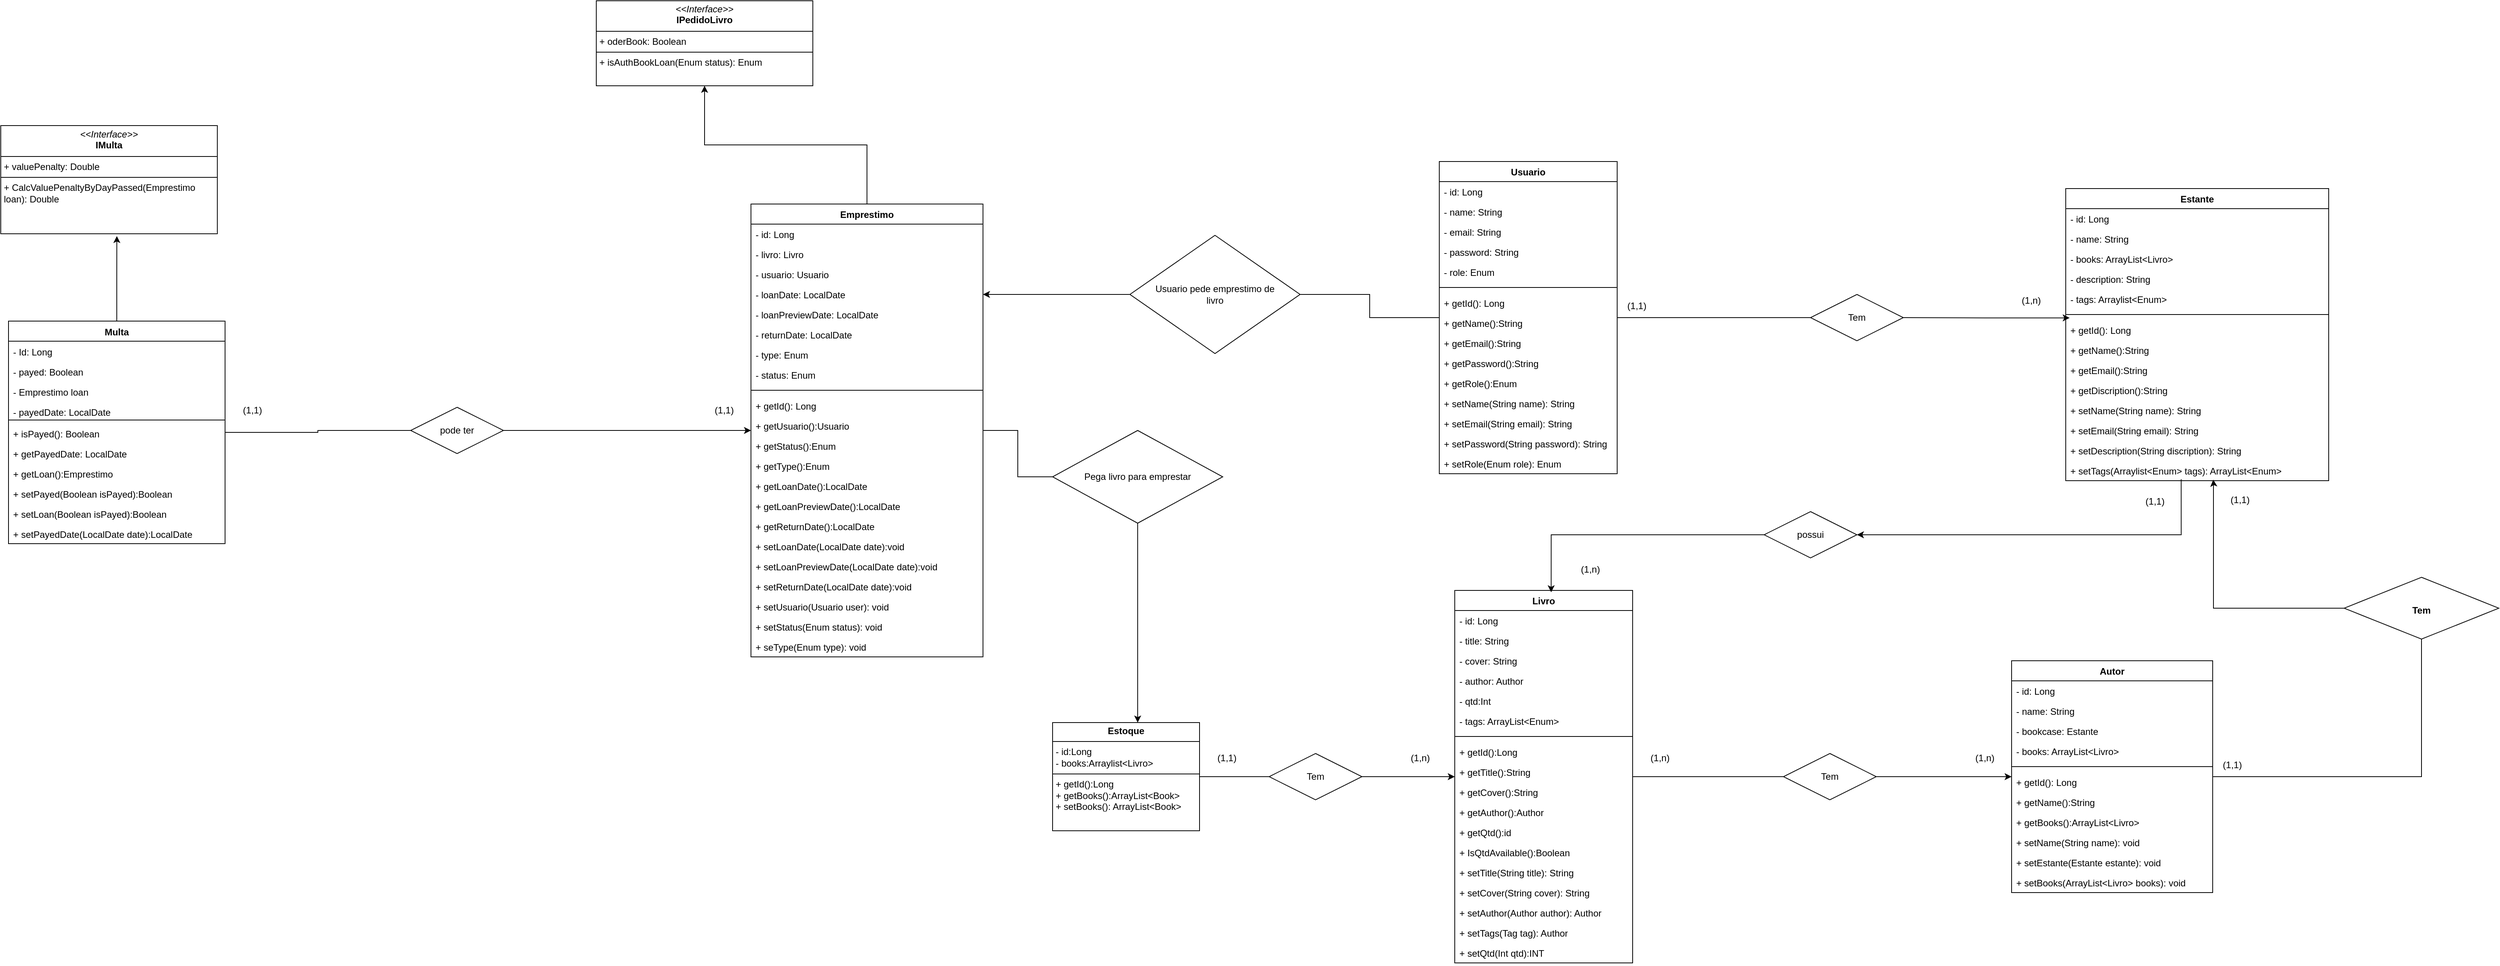
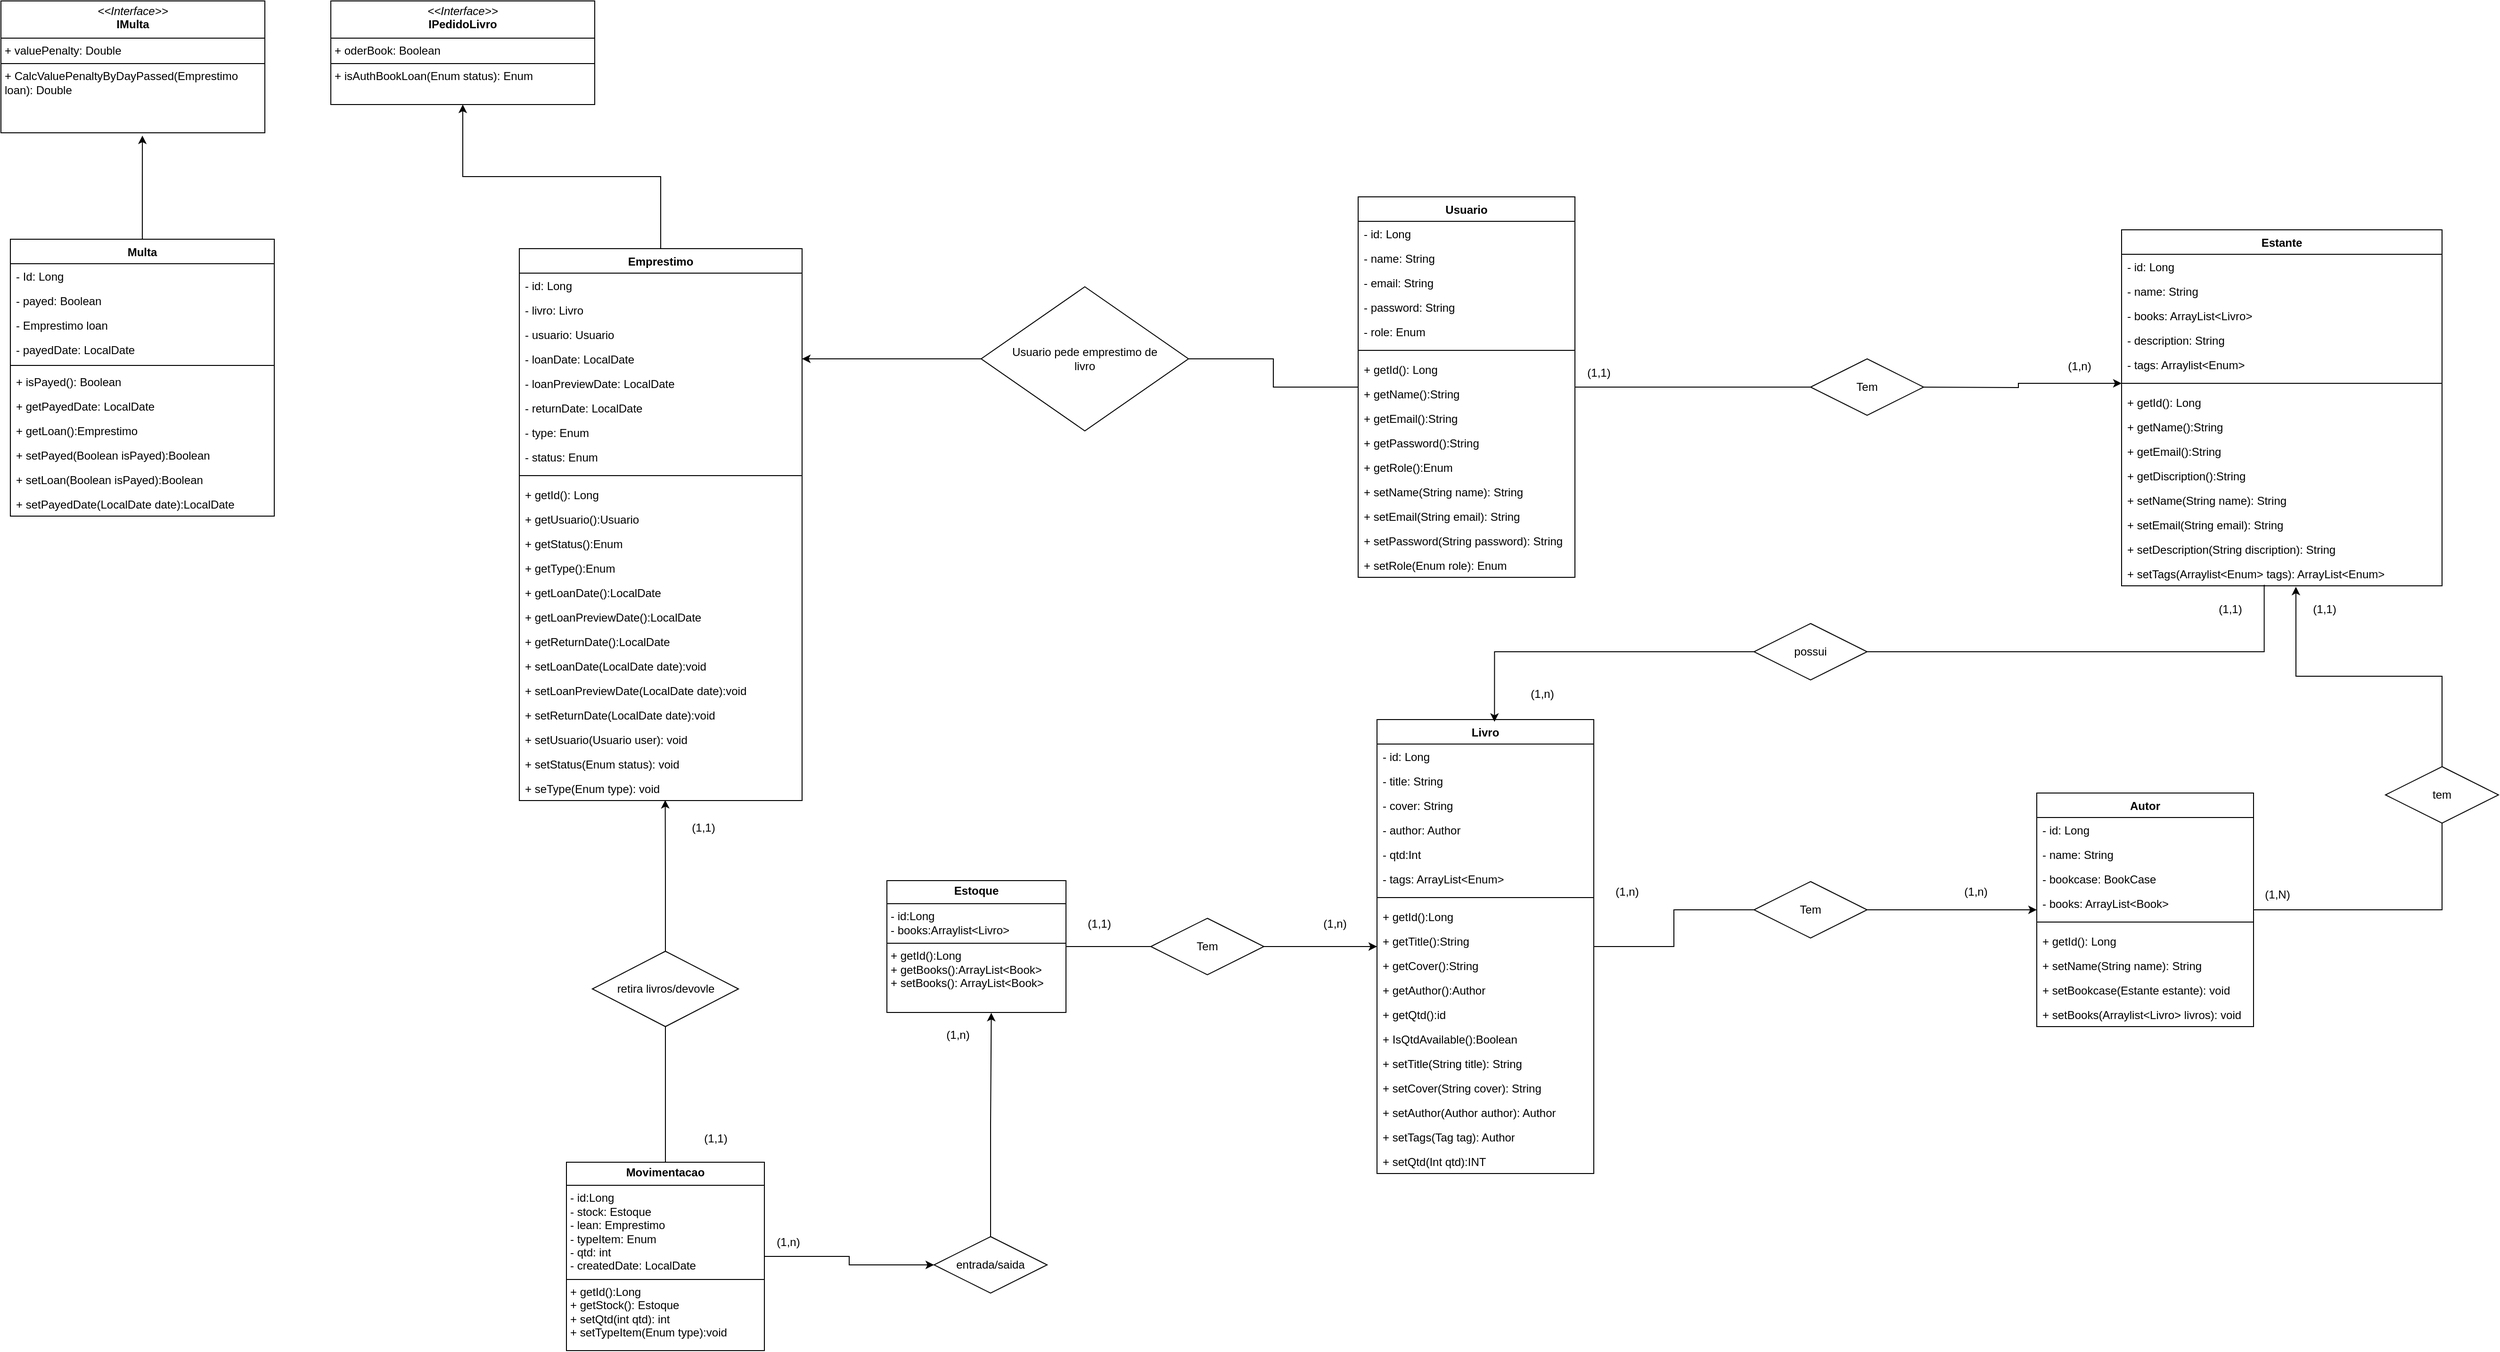
<mxfile host="Electron" agent="Mozilla/5.0 (Windows NT 10.0; Win64; x64) AppleWebKit/537.36 (KHTML, like Gecko) draw.io/29.6.6 Chrome/144.0.7559.236 Electron/40.8.4 Safari/537.36" version="29.6.6">
  <diagram name="Página-1" id="Kx7T9UcbU51RKCMPcttM">
-     <mxGraphModel dx="3223" dy="1356" grid="1" gridSize="10" guides="1" tooltips="1" connect="1" arrows="1" fold="1" page="1" pageScale="1" pageWidth="1169" pageHeight="827" math="0" shadow="0">
+     <mxGraphModel dx="2757" dy="1075" grid="1" gridSize="10" guides="1" tooltips="1" connect="1" arrows="1" fold="1" page="1" pageScale="1" pageWidth="1169" pageHeight="827" math="0" shadow="0">
      <root>
        <mxCell id="0" />
        <mxCell id="1" parent="0" />
        <mxCell id="uXCx0sb0L0lpM-7Oejf6-9" edge="1" parent="1" source="KmSjKLGz71K4W9qImJ2B-2" style="edgeStyle=orthogonalEdgeStyle;rounded=0;orthogonalLoop=1;jettySize=auto;html=1;endArrow=none;endFill=0;entryX=0;entryY=0.5;entryDx=0;entryDy=0;" target="VC9RXPg_d_1Dh3A2mj1C-4">
          <mxGeometry relative="1" as="geometry">
            <mxPoint x="640" y="-2.9999999999997726" as="targetPoint" />
          </mxGeometry>
        </mxCell>
        <mxCell id="VC9RXPg_d_1Dh3A2mj1C-3" edge="1" parent="1" source="KmSjKLGz71K4W9qImJ2B-2" style="edgeStyle=orthogonalEdgeStyle;rounded=0;orthogonalLoop=1;jettySize=auto;html=1;entryX=1;entryY=0.5;entryDx=0;entryDy=0;endArrow=none;endFill=0;" target="VC9RXPg_d_1Dh3A2mj1C-1">
          <mxGeometry relative="1" as="geometry" />
        </mxCell>
        <mxCell id="KmSjKLGz71K4W9qImJ2B-2" parent="1" style="swimlane;fontStyle=1;align=center;verticalAlign=top;childLayout=stackLayout;horizontal=1;startSize=26;horizontalStack=0;resizeParent=1;resizeParentMax=0;resizeLast=0;collapsible=1;marginBottom=0;whiteSpace=wrap;html=1;" value="Usuario" vertex="1">
          <mxGeometry height="404" width="230" x="140" y="-205" as="geometry" />
        </mxCell>
        <mxCell id="KmSjKLGz71K4W9qImJ2B-3" parent="KmSjKLGz71K4W9qImJ2B-2" style="text;strokeColor=none;fillColor=none;align=left;verticalAlign=top;spacingLeft=4;spacingRight=4;overflow=hidden;rotatable=0;points=[[0,0.5],[1,0.5]];portConstraint=eastwest;whiteSpace=wrap;html=1;" value="- id: Long" vertex="1">
          <mxGeometry height="26" width="230" y="26" as="geometry" />
        </mxCell>
        <mxCell id="KmSjKLGz71K4W9qImJ2B-6" parent="KmSjKLGz71K4W9qImJ2B-2" style="text;strokeColor=none;fillColor=none;align=left;verticalAlign=top;spacingLeft=4;spacingRight=4;overflow=hidden;rotatable=0;points=[[0,0.5],[1,0.5]];portConstraint=eastwest;whiteSpace=wrap;html=1;" value="- name: String" vertex="1">
          <mxGeometry height="26" width="230" y="52" as="geometry" />
        </mxCell>
        <mxCell id="KmSjKLGz71K4W9qImJ2B-7" parent="KmSjKLGz71K4W9qImJ2B-2" style="text;strokeColor=none;fillColor=none;align=left;verticalAlign=top;spacingLeft=4;spacingRight=4;overflow=hidden;rotatable=0;points=[[0,0.5],[1,0.5]];portConstraint=eastwest;whiteSpace=wrap;html=1;" value="- email: String" vertex="1">
          <mxGeometry height="26" width="230" y="78" as="geometry" />
        </mxCell>
        <mxCell id="KmSjKLGz71K4W9qImJ2B-8" parent="KmSjKLGz71K4W9qImJ2B-2" style="text;strokeColor=none;fillColor=none;align=left;verticalAlign=top;spacingLeft=4;spacingRight=4;overflow=hidden;rotatable=0;points=[[0,0.5],[1,0.5]];portConstraint=eastwest;whiteSpace=wrap;html=1;" value="- password: String" vertex="1">
          <mxGeometry height="26" width="230" y="104" as="geometry" />
        </mxCell>
        <mxCell id="KmSjKLGz71K4W9qImJ2B-9" parent="KmSjKLGz71K4W9qImJ2B-2" style="text;strokeColor=none;fillColor=none;align=left;verticalAlign=top;spacingLeft=4;spacingRight=4;overflow=hidden;rotatable=0;points=[[0,0.5],[1,0.5]];portConstraint=eastwest;whiteSpace=wrap;html=1;" value="- role: Enum" vertex="1">
          <mxGeometry height="26" width="230" y="130" as="geometry" />
        </mxCell>
        <mxCell id="KmSjKLGz71K4W9qImJ2B-4" parent="KmSjKLGz71K4W9qImJ2B-2" style="line;strokeWidth=1;fillColor=none;align=left;verticalAlign=middle;spacingTop=-1;spacingLeft=3;spacingRight=3;rotatable=0;labelPosition=right;points=[];portConstraint=eastwest;strokeColor=inherit;" value="" vertex="1">
          <mxGeometry height="14" width="230" y="156" as="geometry" />
        </mxCell>
        <mxCell id="KmSjKLGz71K4W9qImJ2B-5" parent="KmSjKLGz71K4W9qImJ2B-2" style="text;strokeColor=none;fillColor=none;align=left;verticalAlign=top;spacingLeft=4;spacingRight=4;overflow=hidden;rotatable=0;points=[[0,0.5],[1,0.5]];portConstraint=eastwest;whiteSpace=wrap;html=1;" value="+ getId(): Long" vertex="1">
          <mxGeometry height="26" width="230" y="170" as="geometry" />
        </mxCell>
        <mxCell id="KmSjKLGz71K4W9qImJ2B-10" parent="KmSjKLGz71K4W9qImJ2B-2" style="text;strokeColor=none;fillColor=none;align=left;verticalAlign=top;spacingLeft=4;spacingRight=4;overflow=hidden;rotatable=0;points=[[0,0.5],[1,0.5]];portConstraint=eastwest;whiteSpace=wrap;html=1;" value="+ getName():String" vertex="1">
          <mxGeometry height="26" width="230" y="196" as="geometry" />
        </mxCell>
        <mxCell id="KmSjKLGz71K4W9qImJ2B-11" parent="KmSjKLGz71K4W9qImJ2B-2" style="text;strokeColor=none;fillColor=none;align=left;verticalAlign=top;spacingLeft=4;spacingRight=4;overflow=hidden;rotatable=0;points=[[0,0.5],[1,0.5]];portConstraint=eastwest;whiteSpace=wrap;html=1;" value="+ getEmail():String" vertex="1">
          <mxGeometry height="26" width="230" y="222" as="geometry" />
        </mxCell>
        <mxCell id="KmSjKLGz71K4W9qImJ2B-12" parent="KmSjKLGz71K4W9qImJ2B-2" style="text;strokeColor=none;fillColor=none;align=left;verticalAlign=top;spacingLeft=4;spacingRight=4;overflow=hidden;rotatable=0;points=[[0,0.5],[1,0.5]];portConstraint=eastwest;whiteSpace=wrap;html=1;" value="+ getPassword():String" vertex="1">
          <mxGeometry height="26" width="230" y="248" as="geometry" />
        </mxCell>
        <mxCell id="KmSjKLGz71K4W9qImJ2B-13" parent="KmSjKLGz71K4W9qImJ2B-2" style="text;strokeColor=none;fillColor=none;align=left;verticalAlign=top;spacingLeft=4;spacingRight=4;overflow=hidden;rotatable=0;points=[[0,0.5],[1,0.5]];portConstraint=eastwest;whiteSpace=wrap;html=1;" value="+ getRole():Enum" vertex="1">
          <mxGeometry height="26" width="230" y="274" as="geometry" />
        </mxCell>
        <mxCell id="KmSjKLGz71K4W9qImJ2B-14" parent="KmSjKLGz71K4W9qImJ2B-2" style="text;strokeColor=none;fillColor=none;align=left;verticalAlign=top;spacingLeft=4;spacingRight=4;overflow=hidden;rotatable=0;points=[[0,0.5],[1,0.5]];portConstraint=eastwest;whiteSpace=wrap;html=1;" value="+ setName(String name): String" vertex="1">
          <mxGeometry height="26" width="230" y="300" as="geometry" />
        </mxCell>
        <mxCell id="KmSjKLGz71K4W9qImJ2B-15" parent="KmSjKLGz71K4W9qImJ2B-2" style="text;strokeColor=none;fillColor=none;align=left;verticalAlign=top;spacingLeft=4;spacingRight=4;overflow=hidden;rotatable=0;points=[[0,0.5],[1,0.5]];portConstraint=eastwest;whiteSpace=wrap;html=1;" value="+ setEmail(String email): String" vertex="1">
          <mxGeometry height="26" width="230" y="326" as="geometry" />
        </mxCell>
        <mxCell id="KmSjKLGz71K4W9qImJ2B-16" parent="KmSjKLGz71K4W9qImJ2B-2" style="text;strokeColor=none;fillColor=none;align=left;verticalAlign=top;spacingLeft=4;spacingRight=4;overflow=hidden;rotatable=0;points=[[0,0.5],[1,0.5]];portConstraint=eastwest;whiteSpace=wrap;html=1;" value="+ setPassword(String password): String" vertex="1">
          <mxGeometry height="26" width="230" y="352" as="geometry" />
        </mxCell>
        <mxCell id="KmSjKLGz71K4W9qImJ2B-17" parent="KmSjKLGz71K4W9qImJ2B-2" style="text;strokeColor=none;fillColor=none;align=left;verticalAlign=top;spacingLeft=4;spacingRight=4;overflow=hidden;rotatable=0;points=[[0,0.5],[1,0.5]];portConstraint=eastwest;whiteSpace=wrap;html=1;" value="+ setRole(Enum role): Enum" vertex="1">
          <mxGeometry height="26" width="230" y="378" as="geometry" />
        </mxCell>
        <mxCell id="uXCx0sb0L0lpM-7Oejf6-8" edge="1" parent="1" source="KmSjKLGz71K4W9qImJ2B-35" style="edgeStyle=orthogonalEdgeStyle;rounded=0;orthogonalLoop=1;jettySize=auto;html=1;entryX=0;entryY=0.5;entryDx=0;entryDy=0;endArrow=none;endFill=0;" target="VC9RXPg_d_1Dh3A2mj1C-8">
          <mxGeometry relative="1" as="geometry">
            <mxPoint x="520" y="552" as="targetPoint" />
          </mxGeometry>
        </mxCell>
        <mxCell id="KmSjKLGz71K4W9qImJ2B-35" parent="1" style="swimlane;fontStyle=1;align=center;verticalAlign=top;childLayout=stackLayout;horizontal=1;startSize=26;horizontalStack=0;resizeParent=1;resizeParentMax=0;resizeLast=0;collapsible=1;marginBottom=0;whiteSpace=wrap;html=1;" value="Livro" vertex="1">
          <mxGeometry height="482" width="230" x="160" y="350" as="geometry" />
        </mxCell>
        <mxCell id="KmSjKLGz71K4W9qImJ2B-36" parent="KmSjKLGz71K4W9qImJ2B-35" style="text;strokeColor=none;fillColor=none;align=left;verticalAlign=top;spacingLeft=4;spacingRight=4;overflow=hidden;rotatable=0;points=[[0,0.5],[1,0.5]];portConstraint=eastwest;whiteSpace=wrap;html=1;" value="- id: Long" vertex="1">
          <mxGeometry height="26" width="230" y="26" as="geometry" />
        </mxCell>
        <mxCell id="KmSjKLGz71K4W9qImJ2B-38" parent="KmSjKLGz71K4W9qImJ2B-35" style="text;strokeColor=none;fillColor=none;align=left;verticalAlign=top;spacingLeft=4;spacingRight=4;overflow=hidden;rotatable=0;points=[[0,0.5],[1,0.5]];portConstraint=eastwest;whiteSpace=wrap;html=1;" value="- title: String" vertex="1">
          <mxGeometry height="26" width="230" y="52" as="geometry" />
        </mxCell>
        <mxCell id="KmSjKLGz71K4W9qImJ2B-39" parent="KmSjKLGz71K4W9qImJ2B-35" style="text;strokeColor=none;fillColor=none;align=left;verticalAlign=top;spacingLeft=4;spacingRight=4;overflow=hidden;rotatable=0;points=[[0,0.5],[1,0.5]];portConstraint=eastwest;whiteSpace=wrap;html=1;" value="- cover: String" vertex="1">
          <mxGeometry height="26" width="230" y="78" as="geometry" />
        </mxCell>
        <mxCell id="KmSjKLGz71K4W9qImJ2B-40" parent="KmSjKLGz71K4W9qImJ2B-35" style="text;strokeColor=none;fillColor=none;align=left;verticalAlign=top;spacingLeft=4;spacingRight=4;overflow=hidden;rotatable=0;points=[[0,0.5],[1,0.5]];portConstraint=eastwest;whiteSpace=wrap;html=1;" value="- author: Author" vertex="1">
          <mxGeometry height="26" width="230" y="104" as="geometry" />
        </mxCell>
        <mxCell id="uXCx0sb0L0lpM-7Oejf6-7" parent="KmSjKLGz71K4W9qImJ2B-35" style="text;strokeColor=none;fillColor=none;align=left;verticalAlign=top;spacingLeft=4;spacingRight=4;overflow=hidden;rotatable=0;points=[[0,0.5],[1,0.5]];portConstraint=eastwest;whiteSpace=wrap;html=1;" value="- qtd:Int" vertex="1">
          <mxGeometry height="26" width="230" y="130" as="geometry" />
        </mxCell>
        <mxCell id="KmSjKLGz71K4W9qImJ2B-139" parent="KmSjKLGz71K4W9qImJ2B-35" style="text;strokeColor=none;fillColor=none;align=left;verticalAlign=top;spacingLeft=4;spacingRight=4;overflow=hidden;rotatable=0;points=[[0,0.5],[1,0.5]];portConstraint=eastwest;whiteSpace=wrap;html=1;" value="- tags: ArrayList&amp;lt;Enum&amp;gt;" vertex="1">
          <mxGeometry height="26" width="230" y="156" as="geometry" />
        </mxCell>
        <mxCell id="KmSjKLGz71K4W9qImJ2B-41" parent="KmSjKLGz71K4W9qImJ2B-35" style="line;strokeWidth=1;fillColor=none;align=left;verticalAlign=middle;spacingTop=-1;spacingLeft=3;spacingRight=3;rotatable=0;labelPosition=right;points=[];portConstraint=eastwest;strokeColor=inherit;" value="" vertex="1">
          <mxGeometry height="14" width="230" y="182" as="geometry" />
        </mxCell>
        <mxCell id="KmSjKLGz71K4W9qImJ2B-42" parent="KmSjKLGz71K4W9qImJ2B-35" style="text;strokeColor=none;fillColor=none;align=left;verticalAlign=top;spacingLeft=4;spacingRight=4;overflow=hidden;rotatable=0;points=[[0,0.5],[1,0.5]];portConstraint=eastwest;whiteSpace=wrap;html=1;" value="+ getId():Long" vertex="1">
          <mxGeometry height="26" width="230" y="196" as="geometry" />
        </mxCell>
        <mxCell id="KmSjKLGz71K4W9qImJ2B-43" parent="KmSjKLGz71K4W9qImJ2B-35" style="text;strokeColor=none;fillColor=none;align=left;verticalAlign=top;spacingLeft=4;spacingRight=4;overflow=hidden;rotatable=0;points=[[0,0.5],[1,0.5]];portConstraint=eastwest;whiteSpace=wrap;html=1;" value="+ getTitle():String" vertex="1">
          <mxGeometry height="26" width="230" y="222" as="geometry" />
        </mxCell>
        <mxCell id="KmSjKLGz71K4W9qImJ2B-44" parent="KmSjKLGz71K4W9qImJ2B-35" style="text;strokeColor=none;fillColor=none;align=left;verticalAlign=top;spacingLeft=4;spacingRight=4;overflow=hidden;rotatable=0;points=[[0,0.5],[1,0.5]];portConstraint=eastwest;whiteSpace=wrap;html=1;" value="+ getCover():String" vertex="1">
          <mxGeometry height="26" width="230" y="248" as="geometry" />
        </mxCell>
        <mxCell id="KmSjKLGz71K4W9qImJ2B-45" parent="KmSjKLGz71K4W9qImJ2B-35" style="text;strokeColor=none;fillColor=none;align=left;verticalAlign=top;spacingLeft=4;spacingRight=4;overflow=hidden;rotatable=0;points=[[0,0.5],[1,0.5]];portConstraint=eastwest;whiteSpace=wrap;html=1;" value="+ getAuthor():Author" vertex="1">
          <mxGeometry height="26" width="230" y="274" as="geometry" />
        </mxCell>
        <mxCell id="VC9RXPg_d_1Dh3A2mj1C-16" parent="KmSjKLGz71K4W9qImJ2B-35" style="text;strokeColor=none;fillColor=none;align=left;verticalAlign=top;spacingLeft=4;spacingRight=4;overflow=hidden;rotatable=0;points=[[0,0.5],[1,0.5]];portConstraint=eastwest;whiteSpace=wrap;html=1;" value="+ getQtd():id" vertex="1">
          <mxGeometry height="26" width="230" y="300" as="geometry" />
        </mxCell>
        <mxCell id="VC9RXPg_d_1Dh3A2mj1C-17" parent="KmSjKLGz71K4W9qImJ2B-35" style="text;strokeColor=none;fillColor=none;align=left;verticalAlign=top;spacingLeft=4;spacingRight=4;overflow=hidden;rotatable=0;points=[[0,0.5],[1,0.5]];portConstraint=eastwest;whiteSpace=wrap;html=1;" value="+ IsQtdAvailable():Boolean" vertex="1">
          <mxGeometry height="26" width="230" y="326" as="geometry" />
        </mxCell>
        <mxCell id="KmSjKLGz71K4W9qImJ2B-47" parent="KmSjKLGz71K4W9qImJ2B-35" style="text;strokeColor=none;fillColor=none;align=left;verticalAlign=top;spacingLeft=4;spacingRight=4;overflow=hidden;rotatable=0;points=[[0,0.5],[1,0.5]];portConstraint=eastwest;whiteSpace=wrap;html=1;" value="+ setTitle(String title): String" vertex="1">
          <mxGeometry height="26" width="230" y="352" as="geometry" />
        </mxCell>
        <mxCell id="KmSjKLGz71K4W9qImJ2B-48" parent="KmSjKLGz71K4W9qImJ2B-35" style="text;strokeColor=none;fillColor=none;align=left;verticalAlign=top;spacingLeft=4;spacingRight=4;overflow=hidden;rotatable=0;points=[[0,0.5],[1,0.5]];portConstraint=eastwest;whiteSpace=wrap;html=1;" value="+ setCover(String cover): String" vertex="1">
          <mxGeometry height="26" width="230" y="378" as="geometry" />
        </mxCell>
        <mxCell id="KmSjKLGz71K4W9qImJ2B-49" parent="KmSjKLGz71K4W9qImJ2B-35" style="text;strokeColor=none;fillColor=none;align=left;verticalAlign=top;spacingLeft=4;spacingRight=4;overflow=hidden;rotatable=0;points=[[0,0.5],[1,0.5]];portConstraint=eastwest;whiteSpace=wrap;html=1;" value="+ setAuthor(Author author): Author" vertex="1">
          <mxGeometry height="26" width="230" y="404" as="geometry" />
        </mxCell>
        <mxCell id="KmSjKLGz71K4W9qImJ2B-140" parent="KmSjKLGz71K4W9qImJ2B-35" style="text;strokeColor=none;fillColor=none;align=left;verticalAlign=top;spacingLeft=4;spacingRight=4;overflow=hidden;rotatable=0;points=[[0,0.5],[1,0.5]];portConstraint=eastwest;whiteSpace=wrap;html=1;" value="+ setTags(Tag tag): Author" vertex="1">
          <mxGeometry height="26" width="230" y="430" as="geometry" />
        </mxCell>
        <mxCell id="VC9RXPg_d_1Dh3A2mj1C-18" parent="KmSjKLGz71K4W9qImJ2B-35" style="text;strokeColor=none;fillColor=none;align=left;verticalAlign=top;spacingLeft=4;spacingRight=4;overflow=hidden;rotatable=0;points=[[0,0.5],[1,0.5]];portConstraint=eastwest;whiteSpace=wrap;html=1;" value="+ setQtd(Int qtd):INT" vertex="1">
          <mxGeometry height="26" width="230" y="456" as="geometry" />
        </mxCell>
-         <mxCell id="VC9RXPg_d_1Dh3A2mj1C-62" edge="1" parent="1" source="KmSjKLGz71K4W9qImJ2B-64" style="edgeStyle=orthogonalEdgeStyle;rounded=0;orthogonalLoop=1;jettySize=auto;html=1;endArrow=none;endFill=0;" target="VC9RXPg_d_1Dh3A2mj1C-61" value="">
-           <mxGeometry relative="1" as="geometry" />
+         <mxCell id="dsXsR4ag7PACNrRJgRpK-17" edge="1" parent="1" source="KmSjKLGz71K4W9qImJ2B-64" style="edgeStyle=orthogonalEdgeStyle;rounded=0;orthogonalLoop=1;jettySize=auto;html=1;entryX=0.5;entryY=1;entryDx=0;entryDy=0;endArrow=none;endFill=0;" target="dsXsR4ag7PACNrRJgRpK-18">
+           <mxGeometry relative="1" as="geometry">
+             <mxPoint x="1230" y="380" as="targetPoint" />
+           </mxGeometry>
        </mxCell>
        <mxCell id="KmSjKLGz71K4W9qImJ2B-64" parent="1" style="swimlane;fontStyle=1;align=center;verticalAlign=top;childLayout=stackLayout;horizontal=1;startSize=26;horizontalStack=0;resizeParent=1;resizeParentMax=0;resizeLast=0;collapsible=1;marginBottom=0;whiteSpace=wrap;html=1;" value="Autor" vertex="1">
-           <mxGeometry height="300" width="260" x="880" y="441" as="geometry" />
+           <mxGeometry height="248" width="230" x="860" y="428" as="geometry" />
        </mxCell>
        <mxCell id="KmSjKLGz71K4W9qImJ2B-65" parent="KmSjKLGz71K4W9qImJ2B-64" style="text;strokeColor=none;fillColor=none;align=left;verticalAlign=top;spacingLeft=4;spacingRight=4;overflow=hidden;rotatable=0;points=[[0,0.5],[1,0.5]];portConstraint=eastwest;whiteSpace=wrap;html=1;" value="- id: Long" vertex="1">
-           <mxGeometry height="26" width="260" y="26" as="geometry" />
+           <mxGeometry height="26" width="230" y="26" as="geometry" />
        </mxCell>
        <mxCell id="KmSjKLGz71K4W9qImJ2B-66" parent="KmSjKLGz71K4W9qImJ2B-64" style="text;strokeColor=none;fillColor=none;align=left;verticalAlign=top;spacingLeft=4;spacingRight=4;overflow=hidden;rotatable=0;points=[[0,0.5],[1,0.5]];portConstraint=eastwest;whiteSpace=wrap;html=1;" value="- name: String" vertex="1">
-           <mxGeometry height="26" width="260" y="52" as="geometry" />
-         </mxCell>
-         <mxCell id="KmSjKLGz71K4W9qImJ2B-149" parent="KmSjKLGz71K4W9qImJ2B-64" style="text;strokeColor=none;fillColor=none;align=left;verticalAlign=top;spacingLeft=4;spacingRight=4;overflow=hidden;rotatable=0;points=[[0,0.5],[1,0.5]];portConstraint=eastwest;whiteSpace=wrap;html=1;" value="- bookcase: Estante" vertex="1">
-           <mxGeometry height="26" width="260" y="78" as="geometry" />
-         </mxCell>
-         <mxCell id="uXCx0sb0L0lpM-7Oejf6-3" parent="KmSjKLGz71K4W9qImJ2B-64" style="text;strokeColor=none;fillColor=none;align=left;verticalAlign=top;spacingLeft=4;spacingRight=4;overflow=hidden;rotatable=0;points=[[0,0.5],[1,0.5]];portConstraint=eastwest;whiteSpace=wrap;html=1;" value="- books: ArrayList&amp;lt;Livro&amp;gt;" vertex="1">
-           <mxGeometry height="26" width="260" y="104" as="geometry" />
+           <mxGeometry height="26" width="230" y="52" as="geometry" />
+         </mxCell>
+         <mxCell id="KmSjKLGz71K4W9qImJ2B-149" parent="KmSjKLGz71K4W9qImJ2B-64" style="text;strokeColor=none;fillColor=none;align=left;verticalAlign=top;spacingLeft=4;spacingRight=4;overflow=hidden;rotatable=0;points=[[0,0.5],[1,0.5]];portConstraint=eastwest;whiteSpace=wrap;html=1;" value="- bookcase: BookCase" vertex="1">
+           <mxGeometry height="26" width="230" y="78" as="geometry" />
+         </mxCell>
+         <mxCell id="uXCx0sb0L0lpM-7Oejf6-3" parent="KmSjKLGz71K4W9qImJ2B-64" style="text;strokeColor=none;fillColor=none;align=left;verticalAlign=top;spacingLeft=4;spacingRight=4;overflow=hidden;rotatable=0;points=[[0,0.5],[1,0.5]];portConstraint=eastwest;whiteSpace=wrap;html=1;" value="- books: ArrayList&amp;lt;Book&amp;gt;" vertex="1">
+           <mxGeometry height="26" width="230" y="104" as="geometry" />
        </mxCell>
        <mxCell id="KmSjKLGz71K4W9qImJ2B-70" parent="KmSjKLGz71K4W9qImJ2B-64" style="line;strokeWidth=1;fillColor=none;align=left;verticalAlign=middle;spacingTop=-1;spacingLeft=3;spacingRight=3;rotatable=0;labelPosition=right;points=[];portConstraint=eastwest;strokeColor=inherit;" value="" vertex="1">
-           <mxGeometry height="14" width="260" y="130" as="geometry" />
+           <mxGeometry height="14" width="230" y="130" as="geometry" />
        </mxCell>
        <mxCell id="KmSjKLGz71K4W9qImJ2B-71" parent="KmSjKLGz71K4W9qImJ2B-64" style="text;strokeColor=none;fillColor=none;align=left;verticalAlign=top;spacingLeft=4;spacingRight=4;overflow=hidden;rotatable=0;points=[[0,0.5],[1,0.5]];portConstraint=eastwest;whiteSpace=wrap;html=1;" value="+ getId(): Long" vertex="1">
-           <mxGeometry height="26" width="260" y="144" as="geometry" />
-         </mxCell>
-         <mxCell id="KmSjKLGz71K4W9qImJ2B-74" parent="KmSjKLGz71K4W9qImJ2B-64" style="text;strokeColor=none;fillColor=none;align=left;verticalAlign=top;spacingLeft=4;spacingRight=4;overflow=hidden;rotatable=0;points=[[0,0.5],[1,0.5]];portConstraint=eastwest;whiteSpace=wrap;html=1;" value="+ getName():String" vertex="1">
-           <mxGeometry height="26" width="260" y="170" as="geometry" />
-         </mxCell>
-         <mxCell id="VC9RXPg_d_1Dh3A2mj1C-59" parent="KmSjKLGz71K4W9qImJ2B-64" style="text;strokeColor=none;fillColor=none;align=left;verticalAlign=top;spacingLeft=4;spacingRight=4;overflow=hidden;rotatable=0;points=[[0,0.5],[1,0.5]];portConstraint=eastwest;whiteSpace=wrap;html=1;" value="+ getBooks():ArrayList&amp;lt;Livro&amp;gt;" vertex="1">
-           <mxGeometry height="26" width="260" y="196" as="geometry" />
-         </mxCell>
-         <mxCell id="KmSjKLGz71K4W9qImJ2B-76" parent="KmSjKLGz71K4W9qImJ2B-64" style="text;strokeColor=none;fillColor=none;align=left;verticalAlign=top;spacingLeft=4;spacingRight=4;overflow=hidden;rotatable=0;points=[[0,0.5],[1,0.5]];portConstraint=eastwest;whiteSpace=wrap;html=1;" value="+ setName(String name): void" vertex="1">
-           <mxGeometry height="26" width="260" y="222" as="geometry" />
-         </mxCell>
-         <mxCell id="VC9RXPg_d_1Dh3A2mj1C-58" parent="KmSjKLGz71K4W9qImJ2B-64" style="text;strokeColor=none;fillColor=none;align=left;verticalAlign=top;spacingLeft=4;spacingRight=4;overflow=hidden;rotatable=0;points=[[0,0.5],[1,0.5]];portConstraint=eastwest;whiteSpace=wrap;html=1;" value="+ setEstante(Estante estante): void" vertex="1">
-           <mxGeometry height="26" width="260" y="248" as="geometry" />
-         </mxCell>
-         <mxCell id="VC9RXPg_d_1Dh3A2mj1C-60" parent="KmSjKLGz71K4W9qImJ2B-64" style="text;strokeColor=none;fillColor=none;align=left;verticalAlign=top;spacingLeft=4;spacingRight=4;overflow=hidden;rotatable=0;points=[[0,0.5],[1,0.5]];portConstraint=eastwest;whiteSpace=wrap;html=1;" value="+ setBooks(ArrayList&amp;lt;Livro&amp;gt; books): void" vertex="1">
-           <mxGeometry height="26" width="260" y="274" as="geometry" />
-         </mxCell>
-         <mxCell id="uXCx0sb0L0lpM-7Oejf6-18" edge="1" parent="1" source="KmSjKLGz71K4W9qImJ2B-80" style="edgeStyle=orthogonalEdgeStyle;rounded=0;orthogonalLoop=1;jettySize=auto;html=1;entryX=0;entryY=0.5;entryDx=0;entryDy=0;endArrow=none;endFill=0;" target="VC9RXPg_d_1Dh3A2mj1C-7">
-           <mxGeometry relative="1" as="geometry">
-             <mxPoint x="-300.0000000000002" y="465" as="targetPoint" />
-           </mxGeometry>
+           <mxGeometry height="26" width="230" y="144" as="geometry" />
+         </mxCell>
+         <mxCell id="KmSjKLGz71K4W9qImJ2B-76" parent="KmSjKLGz71K4W9qImJ2B-64" style="text;strokeColor=none;fillColor=none;align=left;verticalAlign=top;spacingLeft=4;spacingRight=4;overflow=hidden;rotatable=0;points=[[0,0.5],[1,0.5]];portConstraint=eastwest;whiteSpace=wrap;html=1;" value="+ setName(String name): String" vertex="1">
+           <mxGeometry height="26" width="230" y="170" as="geometry" />
+         </mxCell>
+         <mxCell id="dsXsR4ag7PACNrRJgRpK-15" parent="KmSjKLGz71K4W9qImJ2B-64" style="text;strokeColor=none;fillColor=none;align=left;verticalAlign=top;spacingLeft=4;spacingRight=4;overflow=hidden;rotatable=0;points=[[0,0.5],[1,0.5]];portConstraint=eastwest;whiteSpace=wrap;html=1;" value="+ setBookcase(Estante estante): void" vertex="1">
+           <mxGeometry height="26" width="230" y="196" as="geometry" />
+         </mxCell>
+         <mxCell id="dsXsR4ag7PACNrRJgRpK-16" parent="KmSjKLGz71K4W9qImJ2B-64" style="text;strokeColor=none;fillColor=none;align=left;verticalAlign=top;spacingLeft=4;spacingRight=4;overflow=hidden;rotatable=0;points=[[0,0.5],[1,0.5]];portConstraint=eastwest;whiteSpace=wrap;html=1;" value="+ setBooks(Arraylist&amp;lt;Livro&amp;gt; livros): void" vertex="1">
+           <mxGeometry height="26" width="230" y="222" as="geometry" />
        </mxCell>
        <mxCell id="VC9RXPg_d_1Dh3A2mj1C-57" edge="1" parent="1" source="KmSjKLGz71K4W9qImJ2B-80" style="edgeStyle=orthogonalEdgeStyle;rounded=0;orthogonalLoop=1;jettySize=auto;html=1;entryX=0.5;entryY=1;entryDx=0;entryDy=0;" target="VC9RXPg_d_1Dh3A2mj1C-39">
          <mxGeometry relative="1" as="geometry" />
        </mxCell>
        <mxCell id="KmSjKLGz71K4W9qImJ2B-80" parent="1" style="swimlane;fontStyle=1;align=center;verticalAlign=top;childLayout=stackLayout;horizontal=1;startSize=26;horizontalStack=0;resizeParent=1;resizeParentMax=0;resizeLast=0;collapsible=1;marginBottom=0;whiteSpace=wrap;html=1;" value="Emprestimo" vertex="1">
          <mxGeometry height="586" width="300" x="-750" y="-150" as="geometry" />
        </mxCell>
        <mxCell id="KmSjKLGz71K4W9qImJ2B-81" parent="KmSjKLGz71K4W9qImJ2B-80" style="text;strokeColor=none;fillColor=none;align=left;verticalAlign=top;spacingLeft=4;spacingRight=4;overflow=hidden;rotatable=0;points=[[0,0.5],[1,0.5]];portConstraint=eastwest;whiteSpace=wrap;html=1;" value="- id: Long" vertex="1">
          <mxGeometry height="26" width="300" y="26" as="geometry" />
        </mxCell>
        <mxCell id="KmSjKLGz71K4W9qImJ2B-82" parent="KmSjKLGz71K4W9qImJ2B-80" style="text;strokeColor=none;fillColor=none;align=left;verticalAlign=top;spacingLeft=4;spacingRight=4;overflow=hidden;rotatable=0;points=[[0,0.5],[1,0.5]];portConstraint=eastwest;whiteSpace=wrap;html=1;" value="- livro: Livro" vertex="1">
          <mxGeometry height="26" width="300" y="52" as="geometry" />
        </mxCell>
        <mxCell id="uXCx0sb0L0lpM-7Oejf6-6" parent="KmSjKLGz71K4W9qImJ2B-80" style="text;strokeColor=none;fillColor=none;align=left;verticalAlign=top;spacingLeft=4;spacingRight=4;overflow=hidden;rotatable=0;points=[[0,0.5],[1,0.5]];portConstraint=eastwest;whiteSpace=wrap;html=1;" value="- usuario: Usuario" vertex="1">
          <mxGeometry height="26" width="300" y="78" as="geometry" />
        </mxCell>
        <mxCell id="KmSjKLGz71K4W9qImJ2B-84" parent="KmSjKLGz71K4W9qImJ2B-80" style="text;strokeColor=none;fillColor=none;align=left;verticalAlign=top;spacingLeft=4;spacingRight=4;overflow=hidden;rotatable=0;points=[[0,0.5],[1,0.5]];portConstraint=eastwest;whiteSpace=wrap;html=1;" value="- loanDate: LocalDate" vertex="1">
          <mxGeometry height="26" width="300" y="104" as="geometry" />
        </mxCell>
        <mxCell id="VC9RXPg_d_1Dh3A2mj1C-9" parent="KmSjKLGz71K4W9qImJ2B-80" style="text;strokeColor=none;fillColor=none;align=left;verticalAlign=top;spacingLeft=4;spacingRight=4;overflow=hidden;rotatable=0;points=[[0,0.5],[1,0.5]];portConstraint=eastwest;whiteSpace=wrap;html=1;" value="- loanPreviewDate: LocalDate" vertex="1">
          <mxGeometry height="26" width="300" y="130" as="geometry" />
        </mxCell>
        <mxCell id="uXCx0sb0L0lpM-7Oejf6-5" parent="KmSjKLGz71K4W9qImJ2B-80" style="text;strokeColor=none;fillColor=none;align=left;verticalAlign=top;spacingLeft=4;spacingRight=4;overflow=hidden;rotatable=0;points=[[0,0.5],[1,0.5]];portConstraint=eastwest;whiteSpace=wrap;html=1;" value="- returnDate: LocalDate" vertex="1">
          <mxGeometry height="26" width="300" y="156" as="geometry" />
        </mxCell>
        <mxCell id="VC9RXPg_d_1Dh3A2mj1C-29" parent="KmSjKLGz71K4W9qImJ2B-80" style="text;strokeColor=none;fillColor=none;align=left;verticalAlign=top;spacingLeft=4;spacingRight=4;overflow=hidden;rotatable=0;points=[[0,0.5],[1,0.5]];portConstraint=eastwest;whiteSpace=wrap;html=1;" value="- type: Enum" vertex="1">
          <mxGeometry height="26" width="300" y="182" as="geometry" />
        </mxCell>
        <mxCell id="VC9RXPg_d_1Dh3A2mj1C-10" parent="KmSjKLGz71K4W9qImJ2B-80" style="text;strokeColor=none;fillColor=none;align=left;verticalAlign=top;spacingLeft=4;spacingRight=4;overflow=hidden;rotatable=0;points=[[0,0.5],[1,0.5]];portConstraint=eastwest;whiteSpace=wrap;html=1;" value="- status: Enum" vertex="1">
          <mxGeometry height="26" width="300" y="208" as="geometry" />
        </mxCell>
        <mxCell id="KmSjKLGz71K4W9qImJ2B-86" parent="KmSjKLGz71K4W9qImJ2B-80" style="line;strokeWidth=1;fillColor=none;align=left;verticalAlign=middle;spacingTop=-1;spacingLeft=3;spacingRight=3;rotatable=0;labelPosition=right;points=[];portConstraint=eastwest;strokeColor=inherit;" value="" vertex="1">
          <mxGeometry height="14" width="300" y="234" as="geometry" />
        </mxCell>
        <mxCell id="KmSjKLGz71K4W9qImJ2B-87" parent="KmSjKLGz71K4W9qImJ2B-80" style="text;strokeColor=none;fillColor=none;align=left;verticalAlign=top;spacingLeft=4;spacingRight=4;overflow=hidden;rotatable=0;points=[[0,0.5],[1,0.5]];portConstraint=eastwest;whiteSpace=wrap;html=1;" value="+ getId(): Long" vertex="1">
          <mxGeometry height="26" width="300" y="248" as="geometry" />
        </mxCell>
        <mxCell id="KmSjKLGz71K4W9qImJ2B-89" parent="KmSjKLGz71K4W9qImJ2B-80" style="text;strokeColor=none;fillColor=none;align=left;verticalAlign=top;spacingLeft=4;spacingRight=4;overflow=hidden;rotatable=0;points=[[0,0.5],[1,0.5]];portConstraint=eastwest;whiteSpace=wrap;html=1;" value="+ getUsuario():Usuario" vertex="1">
          <mxGeometry height="26" width="300" y="274" as="geometry" />
        </mxCell>
        <mxCell id="KmSjKLGz71K4W9qImJ2B-91" parent="KmSjKLGz71K4W9qImJ2B-80" style="text;strokeColor=none;fillColor=none;align=left;verticalAlign=top;spacingLeft=4;spacingRight=4;overflow=hidden;rotatable=0;points=[[0,0.5],[1,0.5]];portConstraint=eastwest;whiteSpace=wrap;html=1;" value="+ getStatus():Enum" vertex="1">
          <mxGeometry height="26" width="300" y="300" as="geometry" />
        </mxCell>
        <mxCell id="VC9RXPg_d_1Dh3A2mj1C-30" parent="KmSjKLGz71K4W9qImJ2B-80" style="text;strokeColor=none;fillColor=none;align=left;verticalAlign=top;spacingLeft=4;spacingRight=4;overflow=hidden;rotatable=0;points=[[0,0.5],[1,0.5]];portConstraint=eastwest;whiteSpace=wrap;html=1;" value="+ getType():Enum" vertex="1">
          <mxGeometry height="26" width="300" y="326" as="geometry" />
        </mxCell>
        <mxCell id="VC9RXPg_d_1Dh3A2mj1C-22" parent="KmSjKLGz71K4W9qImJ2B-80" style="text;strokeColor=none;fillColor=none;align=left;verticalAlign=top;spacingLeft=4;spacingRight=4;overflow=hidden;rotatable=0;points=[[0,0.5],[1,0.5]];portConstraint=eastwest;whiteSpace=wrap;html=1;" value="+ getLoanDate():LocalDate" vertex="1">
          <mxGeometry height="26" width="300" y="352" as="geometry" />
        </mxCell>
        <mxCell id="VC9RXPg_d_1Dh3A2mj1C-24" parent="KmSjKLGz71K4W9qImJ2B-80" style="text;strokeColor=none;fillColor=none;align=left;verticalAlign=top;spacingLeft=4;spacingRight=4;overflow=hidden;rotatable=0;points=[[0,0.5],[1,0.5]];portConstraint=eastwest;whiteSpace=wrap;html=1;" value="+ getLoanPreviewDate():LocalDate" vertex="1">
          <mxGeometry height="26" width="300" y="378" as="geometry" />
        </mxCell>
        <mxCell id="VC9RXPg_d_1Dh3A2mj1C-26" parent="KmSjKLGz71K4W9qImJ2B-80" style="text;strokeColor=none;fillColor=none;align=left;verticalAlign=top;spacingLeft=4;spacingRight=4;overflow=hidden;rotatable=0;points=[[0,0.5],[1,0.5]];portConstraint=eastwest;whiteSpace=wrap;html=1;" value="+ getReturnDate():LocalDate" vertex="1">
          <mxGeometry height="26" width="300" y="404" as="geometry" />
        </mxCell>
        <mxCell id="VC9RXPg_d_1Dh3A2mj1C-23" parent="KmSjKLGz71K4W9qImJ2B-80" style="text;strokeColor=none;fillColor=none;align=left;verticalAlign=top;spacingLeft=4;spacingRight=4;overflow=hidden;rotatable=0;points=[[0,0.5],[1,0.5]];portConstraint=eastwest;whiteSpace=wrap;html=1;" value="+ setLoanDate(LocalDate date):void" vertex="1">
          <mxGeometry height="26" width="300" y="430" as="geometry" />
        </mxCell>
        <mxCell id="VC9RXPg_d_1Dh3A2mj1C-25" parent="KmSjKLGz71K4W9qImJ2B-80" style="text;strokeColor=none;fillColor=none;align=left;verticalAlign=top;spacingLeft=4;spacingRight=4;overflow=hidden;rotatable=0;points=[[0,0.5],[1,0.5]];portConstraint=eastwest;whiteSpace=wrap;html=1;" value="+ setLoanPreviewDate(LocalDate date):void" vertex="1">
          <mxGeometry height="26" width="300" y="456" as="geometry" />
        </mxCell>
        <mxCell id="VC9RXPg_d_1Dh3A2mj1C-27" parent="KmSjKLGz71K4W9qImJ2B-80" style="text;strokeColor=none;fillColor=none;align=left;verticalAlign=top;spacingLeft=4;spacingRight=4;overflow=hidden;rotatable=0;points=[[0,0.5],[1,0.5]];portConstraint=eastwest;whiteSpace=wrap;html=1;" value="+ setReturnDate(LocalDate date):void" vertex="1">
          <mxGeometry height="26" width="300" y="482" as="geometry" />
        </mxCell>
        <mxCell id="KmSjKLGz71K4W9qImJ2B-92" parent="KmSjKLGz71K4W9qImJ2B-80" style="text;strokeColor=none;fillColor=none;align=left;verticalAlign=top;spacingLeft=4;spacingRight=4;overflow=hidden;rotatable=0;points=[[0,0.5],[1,0.5]];portConstraint=eastwest;whiteSpace=wrap;html=1;" value="+ setUsuario(Usuario user): void" vertex="1">
          <mxGeometry height="26" width="300" y="508" as="geometry" />
        </mxCell>
        <mxCell id="VC9RXPg_d_1Dh3A2mj1C-31" parent="KmSjKLGz71K4W9qImJ2B-80" style="text;strokeColor=none;fillColor=none;align=left;verticalAlign=top;spacingLeft=4;spacingRight=4;overflow=hidden;rotatable=0;points=[[0,0.5],[1,0.5]];portConstraint=eastwest;whiteSpace=wrap;html=1;" value="+ setStatus(Enum status): void" vertex="1">
          <mxGeometry height="26" width="300" y="534" as="geometry" />
        </mxCell>
        <mxCell id="VC9RXPg_d_1Dh3A2mj1C-32" parent="KmSjKLGz71K4W9qImJ2B-80" style="text;strokeColor=none;fillColor=none;align=left;verticalAlign=top;spacingLeft=4;spacingRight=4;overflow=hidden;rotatable=0;points=[[0,0.5],[1,0.5]];portConstraint=eastwest;whiteSpace=wrap;html=1;" value="+ seType(Enum type): void" vertex="1">
          <mxGeometry height="26" width="300" y="560" as="geometry" />
        </mxCell>
        <mxCell id="KmSjKLGz71K4W9qImJ2B-99" edge="1" parent="1" source="VC9RXPg_d_1Dh3A2mj1C-8" style="edgeStyle=orthogonalEdgeStyle;rounded=0;orthogonalLoop=1;jettySize=auto;html=1;exitX=1;exitY=0.5;exitDx=0;exitDy=0;" target="KmSjKLGz71K4W9qImJ2B-64">
          <mxGeometry relative="1" as="geometry">
            <mxPoint x="640" y="552" as="sourcePoint" />
          </mxGeometry>
        </mxCell>
        <mxCell id="KmSjKLGz71K4W9qImJ2B-100" parent="1" style="text;html=1;align=center;verticalAlign=middle;resizable=0;points=[];autosize=1;strokeColor=none;fillColor=none;" value="(1,n)" vertex="1">
-           <mxGeometry height="30" width="50" x="400" y="552" as="geometry" />
-         </mxCell>
-         <mxCell id="uXCx0sb0L0lpM-7Oejf6-14" edge="1" parent="1" source="KmSjKLGz71K4W9qImJ2B-129" style="edgeStyle=orthogonalEdgeStyle;rounded=0;orthogonalLoop=1;jettySize=auto;html=1;entryX=1;entryY=0.5;entryDx=0;entryDy=0;endArrow=none;endFill=0;startArrow=classic;startFill=1;exitX=0.015;exitY=0.811;exitDx=0;exitDy=0;exitPerimeter=0;" target="VC9RXPg_d_1Dh3A2mj1C-4">
-           <mxGeometry relative="1" as="geometry">
-             <mxPoint x="930" y="-3" as="sourcePoint" />
-             <mxPoint x="770" y="-3" as="targetPoint" />
-           </mxGeometry>
-         </mxCell>
-         <mxCell id="VC9RXPg_d_1Dh3A2mj1C-12" edge="1" parent="1" source="KmSjKLGz71K4W9qImJ2B-138" style="edgeStyle=orthogonalEdgeStyle;rounded=0;orthogonalLoop=1;jettySize=auto;html=1;entryX=1;entryY=0.5;entryDx=0;entryDy=0;exitX=0.439;exitY=0.929;exitDx=0;exitDy=0;exitPerimeter=0;" target="VC9RXPg_d_1Dh3A2mj1C-11">
+           <mxGeometry height="30" width="50" x="400" y="518" as="geometry" />
+         </mxCell>
+         <mxCell id="uXCx0sb0L0lpM-7Oejf6-14" edge="1" parent="1" source="KmSjKLGz71K4W9qImJ2B-129" style="edgeStyle=orthogonalEdgeStyle;rounded=0;orthogonalLoop=1;jettySize=auto;html=1;entryX=1;entryY=0.5;entryDx=0;entryDy=0;endArrow=none;endFill=0;startArrow=classic;startFill=1;">
+           <mxGeometry relative="1" as="geometry">
+             <mxPoint x="941.02" y="-5.16599999999994" as="sourcePoint" />
+             <mxPoint x="730" y="-3" as="targetPoint" />
+           </mxGeometry>
+         </mxCell>
+         <mxCell id="VC9RXPg_d_1Dh3A2mj1C-12" edge="1" parent="1" source="KmSjKLGz71K4W9qImJ2B-138" style="edgeStyle=orthogonalEdgeStyle;rounded=0;orthogonalLoop=1;jettySize=auto;html=1;entryX=1;entryY=0.5;entryDx=0;entryDy=0;exitX=0.445;exitY=0.959;exitDx=0;exitDy=0;exitPerimeter=0;endArrow=none;endFill=0;" target="VC9RXPg_d_1Dh3A2mj1C-11">
          <mxGeometry relative="1" as="geometry">
            <Array as="points">
-               <mxPoint x="1099" y="278" />
+               <mxPoint x="1101" y="278" />
            </Array>
            <mxPoint x="1095.0226315789475" y="248" as="sourcePoint" />
            <mxPoint x="714.97" y="278" as="targetPoint" />
          </mxGeometry>
        </mxCell>
        <mxCell id="KmSjKLGz71K4W9qImJ2B-123" parent="1" style="swimlane;fontStyle=1;align=center;verticalAlign=top;childLayout=stackLayout;horizontal=1;startSize=26;horizontalStack=0;resizeParent=1;resizeParentMax=0;resizeLast=0;collapsible=1;marginBottom=0;whiteSpace=wrap;html=1;" value="Estante" vertex="1">
          <mxGeometry height="378" width="340" x="950" y="-170" as="geometry" />
        </mxCell>
        <mxCell id="KmSjKLGz71K4W9qImJ2B-124" parent="KmSjKLGz71K4W9qImJ2B-123" style="text;strokeColor=none;fillColor=none;align=left;verticalAlign=top;spacingLeft=4;spacingRight=4;overflow=hidden;rotatable=0;points=[[0,0.5],[1,0.5]];portConstraint=eastwest;whiteSpace=wrap;html=1;" value="- id: Long" vertex="1">
          <mxGeometry height="26" width="340" y="26" as="geometry" />
        </mxCell>
        <mxCell id="KmSjKLGz71K4W9qImJ2B-125" parent="KmSjKLGz71K4W9qImJ2B-123" style="text;strokeColor=none;fillColor=none;align=left;verticalAlign=top;spacingLeft=4;spacingRight=4;overflow=hidden;rotatable=0;points=[[0,0.5],[1,0.5]];portConstraint=eastwest;whiteSpace=wrap;html=1;" value="- name: String" vertex="1">
          <mxGeometry height="26" width="340" y="52" as="geometry" />
        </mxCell>
        <mxCell id="KmSjKLGz71K4W9qImJ2B-126" parent="KmSjKLGz71K4W9qImJ2B-123" style="text;strokeColor=none;fillColor=none;align=left;verticalAlign=top;spacingLeft=4;spacingRight=4;overflow=hidden;rotatable=0;points=[[0,0.5],[1,0.5]];portConstraint=eastwest;whiteSpace=wrap;html=1;" value="- books: ArrayList&amp;lt;Livro&amp;gt;" vertex="1">
          <mxGeometry height="26" width="340" y="78" as="geometry" />
        </mxCell>
        <mxCell id="KmSjKLGz71K4W9qImJ2B-128" parent="KmSjKLGz71K4W9qImJ2B-123" style="text;strokeColor=none;fillColor=none;align=left;verticalAlign=top;spacingLeft=4;spacingRight=4;overflow=hidden;rotatable=0;points=[[0,0.5],[1,0.5]];portConstraint=eastwest;whiteSpace=wrap;html=1;" value="- description: String" vertex="1">
          <mxGeometry height="26" width="340" y="104" as="geometry" />
        </mxCell>
        <mxCell id="KmSjKLGz71K4W9qImJ2B-155" parent="KmSjKLGz71K4W9qImJ2B-123" style="text;strokeColor=none;fillColor=none;align=left;verticalAlign=top;spacingLeft=4;spacingRight=4;overflow=hidden;rotatable=0;points=[[0,0.5],[1,0.5]];portConstraint=eastwest;whiteSpace=wrap;html=1;" value="- tags: Arraylist&amp;lt;Enum&amp;gt;" vertex="1">
          <mxGeometry height="26" width="340" y="130" as="geometry" />
        </mxCell>
        <mxCell id="KmSjKLGz71K4W9qImJ2B-129" parent="KmSjKLGz71K4W9qImJ2B-123" style="line;strokeWidth=1;fillColor=none;align=left;verticalAlign=middle;spacingTop=-1;spacingLeft=3;spacingRight=3;rotatable=0;labelPosition=right;points=[];portConstraint=eastwest;strokeColor=inherit;" value="" vertex="1">
          <mxGeometry height="14" width="340" y="156" as="geometry" />
        </mxCell>
        <mxCell id="KmSjKLGz71K4W9qImJ2B-130" parent="KmSjKLGz71K4W9qImJ2B-123" style="text;strokeColor=none;fillColor=none;align=left;verticalAlign=top;spacingLeft=4;spacingRight=4;overflow=hidden;rotatable=0;points=[[0,0.5],[1,0.5]];portConstraint=eastwest;whiteSpace=wrap;html=1;" value="+ getId(): Long" vertex="1">
          <mxGeometry height="26" width="340" y="170" as="geometry" />
        </mxCell>
        <mxCell id="KmSjKLGz71K4W9qImJ2B-131" parent="KmSjKLGz71K4W9qImJ2B-123" style="text;strokeColor=none;fillColor=none;align=left;verticalAlign=top;spacingLeft=4;spacingRight=4;overflow=hidden;rotatable=0;points=[[0,0.5],[1,0.5]];portConstraint=eastwest;whiteSpace=wrap;html=1;" value="+ getName():String" vertex="1">
          <mxGeometry height="26" width="340" y="196" as="geometry" />
        </mxCell>
        <mxCell id="KmSjKLGz71K4W9qImJ2B-132" parent="KmSjKLGz71K4W9qImJ2B-123" style="text;strokeColor=none;fillColor=none;align=left;verticalAlign=top;spacingLeft=4;spacingRight=4;overflow=hidden;rotatable=0;points=[[0,0.5],[1,0.5]];portConstraint=eastwest;whiteSpace=wrap;html=1;" value="+ getEmail():String" vertex="1">
          <mxGeometry height="26" width="340" y="222" as="geometry" />
        </mxCell>
        <mxCell id="KmSjKLGz71K4W9qImJ2B-134" parent="KmSjKLGz71K4W9qImJ2B-123" style="text;strokeColor=none;fillColor=none;align=left;verticalAlign=top;spacingLeft=4;spacingRight=4;overflow=hidden;rotatable=0;points=[[0,0.5],[1,0.5]];portConstraint=eastwest;whiteSpace=wrap;html=1;" value="+ getDiscription():String" vertex="1">
          <mxGeometry height="26" width="340" y="248" as="geometry" />
        </mxCell>
        <mxCell id="KmSjKLGz71K4W9qImJ2B-135" parent="KmSjKLGz71K4W9qImJ2B-123" style="text;strokeColor=none;fillColor=none;align=left;verticalAlign=top;spacingLeft=4;spacingRight=4;overflow=hidden;rotatable=0;points=[[0,0.5],[1,0.5]];portConstraint=eastwest;whiteSpace=wrap;html=1;" value="+ setName(String name): String" vertex="1">
          <mxGeometry height="26" width="340" y="274" as="geometry" />
        </mxCell>
        <mxCell id="KmSjKLGz71K4W9qImJ2B-136" parent="KmSjKLGz71K4W9qImJ2B-123" style="text;strokeColor=none;fillColor=none;align=left;verticalAlign=top;spacingLeft=4;spacingRight=4;overflow=hidden;rotatable=0;points=[[0,0.5],[1,0.5]];portConstraint=eastwest;whiteSpace=wrap;html=1;" value="+ setEmail(String email): String" vertex="1">
          <mxGeometry height="26" width="340" y="300" as="geometry" />
        </mxCell>
        <mxCell id="KmSjKLGz71K4W9qImJ2B-137" parent="KmSjKLGz71K4W9qImJ2B-123" style="text;strokeColor=none;fillColor=none;align=left;verticalAlign=top;spacingLeft=4;spacingRight=4;overflow=hidden;rotatable=0;points=[[0,0.5],[1,0.5]];portConstraint=eastwest;whiteSpace=wrap;html=1;" value="+ setDescription(String discription): String" vertex="1">
          <mxGeometry height="26" width="340" y="326" as="geometry" />
        </mxCell>
        <mxCell id="KmSjKLGz71K4W9qImJ2B-138" parent="KmSjKLGz71K4W9qImJ2B-123" style="text;strokeColor=none;fillColor=none;align=left;verticalAlign=top;spacingLeft=4;spacingRight=4;overflow=hidden;rotatable=0;points=[[0,0.5],[1,0.5]];portConstraint=eastwest;whiteSpace=wrap;html=1;" value="+ setTags(Arraylist&amp;lt;Enum&amp;gt; tags): ArrayList&amp;lt;Enum&amp;gt;" vertex="1">
          <mxGeometry height="26" width="340" y="352" as="geometry" />
        </mxCell>
        <mxCell id="KmSjKLGz71K4W9qImJ2B-171" parent="1" style="text;html=1;align=center;verticalAlign=middle;resizable=0;points=[];autosize=1;strokeColor=none;fillColor=none;" value="(1,1)" vertex="1">
          <mxGeometry height="30" width="50" x="370" y="-33" as="geometry" />
        </mxCell>
        <mxCell id="KmSjKLGz71K4W9qImJ2B-172" parent="1" style="text;html=1;align=center;verticalAlign=middle;resizable=0;points=[];autosize=1;strokeColor=none;fillColor=none;" value="(1,n)" vertex="1">
          <mxGeometry height="30" width="50" x="880" y="-40" as="geometry" />
        </mxCell>
        <mxCell id="KmSjKLGz71K4W9qImJ2B-173" parent="1" style="text;html=1;align=center;verticalAlign=middle;resizable=0;points=[];autosize=1;strokeColor=none;fillColor=none;" value="(1,n)" vertex="1">
-           <mxGeometry height="30" width="50" x="820" y="552" as="geometry" />
+           <mxGeometry height="30" width="50" x="770" y="518" as="geometry" />
        </mxCell>
        <mxCell id="VC9RXPg_d_1Dh3A2mj1C-2" edge="1" parent="1" source="VC9RXPg_d_1Dh3A2mj1C-1" style="edgeStyle=orthogonalEdgeStyle;rounded=0;orthogonalLoop=1;jettySize=auto;html=1;entryX=1;entryY=0.5;entryDx=0;entryDy=0;" target="KmSjKLGz71K4W9qImJ2B-84">
          <mxGeometry relative="1" as="geometry" />
        </mxCell>
        <mxCell id="VC9RXPg_d_1Dh3A2mj1C-1" parent="1" style="shape=rhombus;perimeter=rhombusPerimeter;whiteSpace=wrap;html=1;align=center;" value="Usuario pede emprestimo de&lt;div&gt;livro&lt;/div&gt;" vertex="1">
          <mxGeometry height="153" width="220" x="-260" y="-109.5" as="geometry" />
        </mxCell>
        <mxCell id="VC9RXPg_d_1Dh3A2mj1C-4" parent="1" style="shape=rhombus;perimeter=rhombusPerimeter;whiteSpace=wrap;html=1;align=center;" value="Tem" vertex="1">
          <mxGeometry height="60" width="120" x="620" y="-33" as="geometry" />
        </mxCell>
-         <mxCell id="VC9RXPg_d_1Dh3A2mj1C-7" parent="1" style="shape=rhombus;perimeter=rhombusPerimeter;whiteSpace=wrap;html=1;align=center;" value="Pega livro para emprestar" vertex="1">
-           <mxGeometry height="120" width="220" x="-360" y="143" as="geometry" />
-         </mxCell>
        <mxCell id="VC9RXPg_d_1Dh3A2mj1C-8" parent="1" style="shape=rhombus;perimeter=rhombusPerimeter;whiteSpace=wrap;html=1;align=center;" value="Tem" vertex="1">
-           <mxGeometry height="60" width="120" x="585" y="561" as="geometry" />
+           <mxGeometry height="60" width="120" x="560" y="522" as="geometry" />
        </mxCell>
        <mxCell id="VC9RXPg_d_1Dh3A2mj1C-11" parent="1" style="shape=rhombus;perimeter=rhombusPerimeter;whiteSpace=wrap;html=1;align=center;" value="possui" vertex="1">
          <mxGeometry height="60" width="120" x="560" y="248" as="geometry" />
        </mxCell>
        <mxCell id="VC9RXPg_d_1Dh3A2mj1C-13" edge="1" parent="1" source="VC9RXPg_d_1Dh3A2mj1C-11" style="edgeStyle=orthogonalEdgeStyle;rounded=0;orthogonalLoop=1;jettySize=auto;html=1;entryX=0.542;entryY=0.005;entryDx=0;entryDy=0;entryPerimeter=0;" target="KmSjKLGz71K4W9qImJ2B-35">
          <mxGeometry relative="1" as="geometry" />
        </mxCell>
        <mxCell id="VC9RXPg_d_1Dh3A2mj1C-14" parent="1" style="text;html=1;align=center;verticalAlign=middle;resizable=0;points=[];autosize=1;strokeColor=none;fillColor=none;" value="(1,1)" vertex="1">
-           <mxGeometry height="30" width="50" x="1040" y="220" as="geometry" />
+           <mxGeometry height="30" width="50" x="1040" y="218" as="geometry" />
        </mxCell>
        <mxCell id="VC9RXPg_d_1Dh3A2mj1C-15" parent="1" style="text;html=1;align=center;verticalAlign=middle;resizable=0;points=[];autosize=1;strokeColor=none;fillColor=none;" value="(1,n)" vertex="1">
          <mxGeometry height="30" width="50" x="310" y="308" as="geometry" />
        </mxCell>
        <mxCell id="VC9RXPg_d_1Dh3A2mj1C-35" edge="1" parent="1" source="VC9RXPg_d_1Dh3A2mj1C-20" style="edgeStyle=orthogonalEdgeStyle;rounded=0;orthogonalLoop=1;jettySize=auto;html=1;endArrow=none;endFill=0;" target="VC9RXPg_d_1Dh3A2mj1C-34">
          <mxGeometry relative="1" as="geometry" />
        </mxCell>
        <mxCell id="VC9RXPg_d_1Dh3A2mj1C-20" parent="1" style="verticalAlign=top;align=left;overflow=fill;html=1;whiteSpace=wrap;" value="&lt;p style=&quot;margin:0px;margin-top:4px;text-align:center;&quot;&gt;&lt;b&gt;Estoque&lt;/b&gt;&lt;/p&gt;&lt;hr size=&quot;1&quot; style=&quot;border-style:solid;&quot;&gt;&lt;p style=&quot;margin:0px;margin-left:4px;&quot;&gt;- id:Long&lt;/p&gt;&lt;p style=&quot;margin:0px;margin-left:4px;&quot;&gt;- books:Arraylist&amp;lt;Livro&amp;gt;&lt;/p&gt;&lt;hr size=&quot;1&quot; style=&quot;border-style:solid;&quot;&gt;&lt;p style=&quot;margin:0px;margin-left:4px;&quot;&gt;+ getId():Long&lt;/p&gt;&lt;p style=&quot;margin:0px;margin-left:4px;&quot;&gt;+ getBooks():ArrayList&amp;lt;Book&amp;gt;&lt;/p&gt;&lt;p style=&quot;margin:0px;margin-left:4px;&quot;&gt;+ setBooks(): ArrayList&amp;lt;Book&amp;gt;&lt;/p&gt;" vertex="1">
          <mxGeometry height="140" width="190" x="-360" y="521" as="geometry" />
        </mxCell>
        <mxCell id="VC9RXPg_d_1Dh3A2mj1C-21" parent="1" style="verticalAlign=top;align=left;overflow=fill;html=1;whiteSpace=wrap;" value="&lt;p style=&quot;margin:0px;margin-top:4px;text-align:center;&quot;&gt;&lt;i&gt;&amp;lt;&amp;lt;Interface&amp;gt;&amp;gt;&lt;/i&gt;&lt;br&gt;&lt;b&gt;IMulta&lt;/b&gt;&lt;/p&gt;&lt;hr size=&quot;1&quot; style=&quot;border-style:solid;&quot;&gt;&lt;p style=&quot;margin:0px;margin-left:4px;&quot;&gt;+ valuePenalty: Double&lt;br&gt;&lt;/p&gt;&lt;hr size=&quot;1&quot; style=&quot;border-style:solid;&quot;&gt;&lt;p style=&quot;margin:0px;margin-left:4px;&quot;&gt;+ CalcValuePenaltyByDayPassed(Emprestimo loan): Double&lt;br&gt;&lt;br&gt;&lt;/p&gt;" vertex="1">
-           <mxGeometry height="140" width="280" x="-1720" y="-251.5" as="geometry" />
-         </mxCell>
-         <mxCell id="VC9RXPg_d_1Dh3A2mj1C-28" edge="1" parent="1" source="VC9RXPg_d_1Dh3A2mj1C-7" style="edgeStyle=orthogonalEdgeStyle;rounded=0;orthogonalLoop=1;jettySize=auto;html=1;entryX=0.579;entryY=0;entryDx=0;entryDy=0;entryPerimeter=0;" target="VC9RXPg_d_1Dh3A2mj1C-20">
-           <mxGeometry relative="1" as="geometry" />
+           <mxGeometry height="140" width="280" x="-1300" y="-413" as="geometry" />
        </mxCell>
        <mxCell id="VC9RXPg_d_1Dh3A2mj1C-36" edge="1" parent="1" source="VC9RXPg_d_1Dh3A2mj1C-34" style="edgeStyle=orthogonalEdgeStyle;rounded=0;orthogonalLoop=1;jettySize=auto;html=1;" target="KmSjKLGz71K4W9qImJ2B-35">
          <mxGeometry relative="1" as="geometry" />
        </mxCell>
        <mxCell id="VC9RXPg_d_1Dh3A2mj1C-34" parent="1" style="shape=rhombus;perimeter=rhombusPerimeter;whiteSpace=wrap;html=1;align=center;" value="Tem" vertex="1">
          <mxGeometry height="60" width="120" x="-80" y="561" as="geometry" />
        </mxCell>
        <mxCell id="VC9RXPg_d_1Dh3A2mj1C-37" parent="1" style="text;html=1;align=center;verticalAlign=middle;resizable=0;points=[];autosize=1;strokeColor=none;fillColor=none;" value="(1,1)" vertex="1">
          <mxGeometry height="30" width="50" x="-160" y="552" as="geometry" />
        </mxCell>
        <mxCell id="VC9RXPg_d_1Dh3A2mj1C-38" parent="1" style="text;html=1;align=center;verticalAlign=middle;resizable=0;points=[];autosize=1;strokeColor=none;fillColor=none;" value="(1,n)" vertex="1">
          <mxGeometry height="30" width="50" x="90" y="552" as="geometry" />
        </mxCell>
        <mxCell id="VC9RXPg_d_1Dh3A2mj1C-39" parent="1" style="verticalAlign=top;align=left;overflow=fill;html=1;whiteSpace=wrap;" value="&lt;p style=&quot;margin:0px;margin-top:4px;text-align:center;&quot;&gt;&lt;i&gt;&amp;lt;&amp;lt;Interface&amp;gt;&amp;gt;&lt;/i&gt;&lt;br&gt;&lt;b&gt;IPedidoLivro&lt;/b&gt;&lt;/p&gt;&lt;hr size=&quot;1&quot; style=&quot;border-style:solid;&quot;&gt;&lt;p style=&quot;margin:0px;margin-left:4px;&quot;&gt;+ oderBook: Boolean&lt;br&gt;&lt;/p&gt;&lt;hr size=&quot;1&quot; style=&quot;border-style:solid;&quot;&gt;&lt;p style=&quot;margin:0px;margin-left:4px;&quot;&gt;+ isAuthBookLoan(Enum status): Enum&lt;/p&gt;" vertex="1">
          <mxGeometry height="110" width="280" x="-950" y="-413" as="geometry" />
        </mxCell>
-         <mxCell id="VC9RXPg_d_1Dh3A2mj1C-66" edge="1" parent="1" source="VC9RXPg_d_1Dh3A2mj1C-41" style="edgeStyle=orthogonalEdgeStyle;rounded=0;orthogonalLoop=1;jettySize=auto;html=1;endArrow=none;endFill=0;" target="VC9RXPg_d_1Dh3A2mj1C-67">
-           <mxGeometry relative="1" as="geometry">
-             <mxPoint x="-1210" y="40" as="targetPoint" />
-           </mxGeometry>
-         </mxCell>
        <mxCell id="VC9RXPg_d_1Dh3A2mj1C-41" parent="1" style="swimlane;fontStyle=1;align=center;verticalAlign=top;childLayout=stackLayout;horizontal=1;startSize=26;horizontalStack=0;resizeParent=1;resizeParentMax=0;resizeLast=0;collapsible=1;marginBottom=0;whiteSpace=wrap;html=1;" value="Multa" vertex="1">
-           <mxGeometry height="288" width="280" x="-1710" y="1.5" as="geometry" />
+           <mxGeometry height="294" width="280" x="-1290" y="-160" as="geometry" />
        </mxCell>
        <mxCell id="VC9RXPg_d_1Dh3A2mj1C-42" parent="VC9RXPg_d_1Dh3A2mj1C-41" style="text;strokeColor=none;fillColor=none;align=left;verticalAlign=top;spacingLeft=4;spacingRight=4;overflow=hidden;rotatable=0;points=[[0,0.5],[1,0.5]];portConstraint=eastwest;whiteSpace=wrap;html=1;" value="- Id: Long" vertex="1">
          <mxGeometry height="26" width="280" y="26" as="geometry" />
        </mxCell>
        <mxCell id="VC9RXPg_d_1Dh3A2mj1C-47" parent="VC9RXPg_d_1Dh3A2mj1C-41" style="text;strokeColor=none;fillColor=none;align=left;verticalAlign=top;spacingLeft=4;spacingRight=4;overflow=hidden;rotatable=0;points=[[0,0.5],[1,0.5]];portConstraint=eastwest;whiteSpace=wrap;html=1;" value="- payed: Boolean" vertex="1">
          <mxGeometry height="26" width="280" y="52" as="geometry" />
        </mxCell>
        <mxCell id="VC9RXPg_d_1Dh3A2mj1C-51" parent="VC9RXPg_d_1Dh3A2mj1C-41" style="text;strokeColor=none;fillColor=none;align=left;verticalAlign=top;spacingLeft=4;spacingRight=4;overflow=hidden;rotatable=0;points=[[0,0.5],[1,0.5]];portConstraint=eastwest;whiteSpace=wrap;html=1;" value="- Emprestimo loan" vertex="1">
          <mxGeometry height="26" width="280" y="78" as="geometry" />
        </mxCell>
        <mxCell id="VC9RXPg_d_1Dh3A2mj1C-48" parent="VC9RXPg_d_1Dh3A2mj1C-41" style="text;strokeColor=none;fillColor=none;align=left;verticalAlign=top;spacingLeft=4;spacingRight=4;overflow=hidden;rotatable=0;points=[[0,0.5],[1,0.5]];portConstraint=eastwest;whiteSpace=wrap;html=1;" value="- payedDate: LocalDate" vertex="1">
-           <mxGeometry height="20" width="280" y="104" as="geometry" />
+           <mxGeometry height="26" width="280" y="104" as="geometry" />
        </mxCell>
        <mxCell id="VC9RXPg_d_1Dh3A2mj1C-43" parent="VC9RXPg_d_1Dh3A2mj1C-41" style="line;strokeWidth=1;fillColor=none;align=left;verticalAlign=middle;spacingTop=-1;spacingLeft=3;spacingRight=3;rotatable=0;labelPosition=right;points=[];portConstraint=eastwest;strokeColor=inherit;" value="" vertex="1">
-           <mxGeometry height="8" width="280" y="124" as="geometry" />
+           <mxGeometry height="8" width="280" y="130" as="geometry" />
        </mxCell>
        <mxCell id="VC9RXPg_d_1Dh3A2mj1C-49" parent="VC9RXPg_d_1Dh3A2mj1C-41" style="text;strokeColor=none;fillColor=none;align=left;verticalAlign=top;spacingLeft=4;spacingRight=4;overflow=hidden;rotatable=0;points=[[0,0.5],[1,0.5]];portConstraint=eastwest;whiteSpace=wrap;html=1;" value="+ isPayed(): Boolean" vertex="1">
-           <mxGeometry height="26" width="280" y="132" as="geometry" />
+           <mxGeometry height="26" width="280" y="138" as="geometry" />
        </mxCell>
        <mxCell id="VC9RXPg_d_1Dh3A2mj1C-50" parent="VC9RXPg_d_1Dh3A2mj1C-41" style="text;strokeColor=none;fillColor=none;align=left;verticalAlign=top;spacingLeft=4;spacingRight=4;overflow=hidden;rotatable=0;points=[[0,0.5],[1,0.5]];portConstraint=eastwest;whiteSpace=wrap;html=1;" value="+ getPayedDate: LocalDate" vertex="1">
-           <mxGeometry height="26" width="280" y="158" as="geometry" />
+           <mxGeometry height="26" width="280" y="164" as="geometry" />
        </mxCell>
        <mxCell id="VC9RXPg_d_1Dh3A2mj1C-52" parent="VC9RXPg_d_1Dh3A2mj1C-41" style="text;strokeColor=none;fillColor=none;align=left;verticalAlign=top;spacingLeft=4;spacingRight=4;overflow=hidden;rotatable=0;points=[[0,0.5],[1,0.5]];portConstraint=eastwest;whiteSpace=wrap;html=1;" value="+ getLoan():Emprestimo" vertex="1">
-           <mxGeometry height="26" width="280" y="184" as="geometry" />
+           <mxGeometry height="26" width="280" y="190" as="geometry" />
        </mxCell>
        <mxCell id="VC9RXPg_d_1Dh3A2mj1C-53" parent="VC9RXPg_d_1Dh3A2mj1C-41" style="text;strokeColor=none;fillColor=none;align=left;verticalAlign=top;spacingLeft=4;spacingRight=4;overflow=hidden;rotatable=0;points=[[0,0.5],[1,0.5]];portConstraint=eastwest;whiteSpace=wrap;html=1;" value="+ setPayed(Boolean isPayed):Boolean" vertex="1">
-           <mxGeometry height="26" width="280" y="210" as="geometry" />
+           <mxGeometry height="26" width="280" y="216" as="geometry" />
        </mxCell>
        <mxCell id="VC9RXPg_d_1Dh3A2mj1C-54" parent="VC9RXPg_d_1Dh3A2mj1C-41" style="text;strokeColor=none;fillColor=none;align=left;verticalAlign=top;spacingLeft=4;spacingRight=4;overflow=hidden;rotatable=0;points=[[0,0.5],[1,0.5]];portConstraint=eastwest;whiteSpace=wrap;html=1;" value="+ setLoan(Boolean isPayed):Boolean" vertex="1">
-           <mxGeometry height="26" width="280" y="236" as="geometry" />
+           <mxGeometry height="26" width="280" y="242" as="geometry" />
        </mxCell>
        <mxCell id="VC9RXPg_d_1Dh3A2mj1C-55" parent="VC9RXPg_d_1Dh3A2mj1C-41" style="text;strokeColor=none;fillColor=none;align=left;verticalAlign=top;spacingLeft=4;spacingRight=4;overflow=hidden;rotatable=0;points=[[0,0.5],[1,0.5]];portConstraint=eastwest;whiteSpace=wrap;html=1;" value="+ setPayedDate(LocalDate date):LocalDate" vertex="1">
-           <mxGeometry height="26" width="280" y="262" as="geometry" />
+           <mxGeometry height="26" width="280" y="268" as="geometry" />
        </mxCell>
        <mxCell id="VC9RXPg_d_1Dh3A2mj1C-45" edge="1" parent="1" source="VC9RXPg_d_1Dh3A2mj1C-41" style="edgeStyle=orthogonalEdgeStyle;rounded=0;orthogonalLoop=1;jettySize=auto;html=1;entryX=0.536;entryY=1.021;entryDx=0;entryDy=0;entryPerimeter=0;" target="VC9RXPg_d_1Dh3A2mj1C-21">
          <mxGeometry relative="1" as="geometry" />
        </mxCell>
-         <mxCell id="VC9RXPg_d_1Dh3A2mj1C-63" edge="1" parent="1" source="VC9RXPg_d_1Dh3A2mj1C-61" style="edgeStyle=orthogonalEdgeStyle;rounded=0;orthogonalLoop=1;jettySize=auto;html=1;entryX=0.561;entryY=0.949;entryDx=0;entryDy=0;entryPerimeter=0;" target="KmSjKLGz71K4W9qImJ2B-138">
-           <mxGeometry relative="1" as="geometry">
-             <Array as="points">
-               <mxPoint x="1141" y="373" />
-               <mxPoint x="1141" y="210" />
-             </Array>
-             <mxPoint x="1100" y="210" as="targetPoint" />
-           </mxGeometry>
-         </mxCell>
-         <mxCell id="VC9RXPg_d_1Dh3A2mj1C-61" parent="1" style="rhombus;whiteSpace=wrap;html=1;verticalAlign=top;fontStyle=1;startSize=26;horizontal=1;" value="&lt;div&gt;&lt;br&gt;&lt;/div&gt;&lt;div&gt;&lt;br&gt;&lt;/div&gt;&lt;div&gt;Tem&lt;/div&gt;" vertex="1">
-           <mxGeometry height="80" width="200" x="1310" y="333" as="geometry" />
-         </mxCell>
-         <mxCell id="VC9RXPg_d_1Dh3A2mj1C-64" parent="1" style="text;html=1;align=center;verticalAlign=middle;resizable=0;points=[];autosize=1;strokeColor=none;fillColor=none;" value="(1,1)" vertex="1">
-           <mxGeometry height="30" width="50" x="1140" y="561" as="geometry" />
-         </mxCell>
-         <mxCell id="VC9RXPg_d_1Dh3A2mj1C-65" parent="1" style="text;html=1;align=center;verticalAlign=middle;resizable=0;points=[];autosize=1;strokeColor=none;fillColor=none;" value="(1,1)" vertex="1">
-           <mxGeometry height="30" width="50" x="1150" y="218" as="geometry" />
-         </mxCell>
-         <mxCell id="VC9RXPg_d_1Dh3A2mj1C-68" edge="1" parent="1" source="VC9RXPg_d_1Dh3A2mj1C-67" style="edgeStyle=orthogonalEdgeStyle;rounded=0;orthogonalLoop=1;jettySize=auto;html=1;" target="KmSjKLGz71K4W9qImJ2B-80">
-           <mxGeometry relative="1" as="geometry" />
-         </mxCell>
-         <mxCell id="VC9RXPg_d_1Dh3A2mj1C-67" parent="1" style="shape=rhombus;perimeter=rhombusPerimeter;whiteSpace=wrap;html=1;align=center;" value="pode ter" vertex="1">
-           <mxGeometry height="60" width="120" x="-1190" y="112.99999999999977" as="geometry" />
-         </mxCell>
-         <mxCell id="VC9RXPg_d_1Dh3A2mj1C-69" parent="1" style="text;html=1;align=center;verticalAlign=middle;resizable=0;points=[];autosize=1;strokeColor=none;fillColor=none;" value="(1,1)" vertex="1">
-           <mxGeometry height="30" width="50" x="-1420" y="101.5" as="geometry" />
-         </mxCell>
-         <mxCell id="VC9RXPg_d_1Dh3A2mj1C-70" parent="1" style="text;html=1;align=center;verticalAlign=middle;resizable=0;points=[];autosize=1;strokeColor=none;fillColor=none;" value="(1,1)" vertex="1">
-           <mxGeometry height="30" width="50" x="-810" y="101.5" as="geometry" />
+         <mxCell id="dsXsR4ag7PACNrRJgRpK-2" edge="1" parent="1" source="dsXsR4ag7PACNrRJgRpK-1" style="edgeStyle=orthogonalEdgeStyle;rounded=0;orthogonalLoop=1;jettySize=auto;html=1;entryX=0.5;entryY=1;entryDx=0;entryDy=0;endArrow=none;endFill=0;" target="dsXsR4ag7PACNrRJgRpK-3">
+           <mxGeometry relative="1" as="geometry">
+             <mxPoint x="-595" y="660" as="targetPoint" />
+           </mxGeometry>
+         </mxCell>
+         <mxCell id="dsXsR4ag7PACNrRJgRpK-7" edge="1" parent="1" source="dsXsR4ag7PACNrRJgRpK-1" style="edgeStyle=orthogonalEdgeStyle;rounded=0;orthogonalLoop=1;jettySize=auto;html=1;" target="dsXsR4ag7PACNrRJgRpK-8">
+           <mxGeometry relative="1" as="geometry">
+             <mxPoint x="-250" y="870" as="targetPoint" />
+           </mxGeometry>
+         </mxCell>
+         <mxCell id="dsXsR4ag7PACNrRJgRpK-1" parent="1" style="verticalAlign=top;align=left;overflow=fill;html=1;whiteSpace=wrap;" value="&lt;p style=&quot;margin:0px;margin-top:4px;text-align:center;&quot;&gt;&lt;b&gt;Movimentacao&lt;/b&gt;&lt;/p&gt;&lt;hr size=&quot;1&quot; style=&quot;border-style:solid;&quot;&gt;&lt;p style=&quot;margin:0px;margin-left:4px;&quot;&gt;- id:Long&lt;/p&gt;&lt;p style=&quot;margin:0px;margin-left:4px;&quot;&gt;- stock: Estoque&lt;/p&gt;&lt;p style=&quot;margin:0px;margin-left:4px;&quot;&gt;- lean: Emprestimo&lt;/p&gt;&lt;p style=&quot;margin:0px;margin-left:4px;&quot;&gt;- typeItem: Enum&lt;/p&gt;&lt;p style=&quot;margin:0px;margin-left:4px;&quot;&gt;- qtd: int&lt;/p&gt;&lt;p style=&quot;margin:0px;margin-left:4px;&quot;&gt;&lt;span style=&quot;background-color: transparent; color: light-dark(rgb(0, 0, 0), rgb(255, 255, 255));&quot;&gt;- createdDate: LocalDate&lt;/span&gt;&lt;/p&gt;&lt;hr size=&quot;1&quot; style=&quot;border-style:solid;&quot;&gt;&lt;p style=&quot;margin:0px;margin-left:4px;&quot;&gt;+ getId():Long&lt;/p&gt;&lt;p style=&quot;margin:0px;margin-left:4px;&quot;&gt;+ getStock(): Estoque&lt;/p&gt;&lt;p style=&quot;margin:0px;margin-left:4px;&quot;&gt;+ setQtd(int qtd): int&lt;/p&gt;&lt;p style=&quot;margin:0px;margin-left:4px;&quot;&gt;+ setTypeItem(Enum type):void&lt;/p&gt;&lt;p style=&quot;margin:0px;margin-left:4px;&quot;&gt;&lt;br&gt;&lt;/p&gt;" vertex="1">
+           <mxGeometry height="200" width="210" x="-700" y="820" as="geometry" />
+         </mxCell>
+         <mxCell id="dsXsR4ag7PACNrRJgRpK-4" edge="1" parent="1" source="dsXsR4ag7PACNrRJgRpK-3" style="edgeStyle=orthogonalEdgeStyle;rounded=0;orthogonalLoop=1;jettySize=auto;html=1;entryX=0.516;entryY=0.979;entryDx=0;entryDy=0;entryPerimeter=0;" target="VC9RXPg_d_1Dh3A2mj1C-32">
+           <mxGeometry relative="1" as="geometry">
+             <mxPoint x="-595" y="480" as="targetPoint" />
+           </mxGeometry>
+         </mxCell>
+         <mxCell id="dsXsR4ag7PACNrRJgRpK-3" parent="1" style="shape=rhombus;perimeter=rhombusPerimeter;whiteSpace=wrap;html=1;align=center;" value="retira livros/devovle" vertex="1">
+           <mxGeometry height="80" width="155" x="-672.5" y="596" as="geometry" />
+         </mxCell>
+         <mxCell id="dsXsR4ag7PACNrRJgRpK-5" parent="1" style="text;html=1;align=center;verticalAlign=middle;resizable=0;points=[];autosize=1;strokeColor=none;fillColor=none;" value="(1,1)" vertex="1">
+           <mxGeometry height="30" width="50" x="-580" y="450" as="geometry" />
+         </mxCell>
+         <mxCell id="dsXsR4ag7PACNrRJgRpK-6" parent="1" style="text;html=1;align=center;verticalAlign=middle;resizable=0;points=[];autosize=1;strokeColor=none;fillColor=none;" value="(1,1)" vertex="1">
+           <mxGeometry height="30" width="50" x="-567.5" y="780" as="geometry" />
+         </mxCell>
+         <mxCell id="dsXsR4ag7PACNrRJgRpK-8" parent="1" style="shape=rhombus;perimeter=rhombusPerimeter;whiteSpace=wrap;html=1;align=center;" value="entrada/saida" vertex="1">
+           <mxGeometry height="60" width="120" x="-310" y="899" as="geometry" />
+         </mxCell>
+         <mxCell id="dsXsR4ag7PACNrRJgRpK-9" edge="1" parent="1" source="dsXsR4ag7PACNrRJgRpK-8" style="edgeStyle=orthogonalEdgeStyle;rounded=0;orthogonalLoop=1;jettySize=auto;html=1;entryX=0.583;entryY=1.003;entryDx=0;entryDy=0;entryPerimeter=0;" target="VC9RXPg_d_1Dh3A2mj1C-20">
+           <mxGeometry relative="1" as="geometry">
+             <mxPoint x="-250" y="690" as="targetPoint" />
+           </mxGeometry>
+         </mxCell>
+         <mxCell id="dsXsR4ag7PACNrRJgRpK-13" parent="1" style="text;html=1;align=center;verticalAlign=middle;resizable=0;points=[];autosize=1;strokeColor=none;fillColor=none;" value="(1,n)" vertex="1">
+           <mxGeometry height="30" width="50" x="-490" y="890" as="geometry" />
+         </mxCell>
+         <mxCell id="dsXsR4ag7PACNrRJgRpK-14" parent="1" style="text;html=1;align=center;verticalAlign=middle;resizable=0;points=[];autosize=1;strokeColor=none;fillColor=none;" value="(1,n)" vertex="1">
+           <mxGeometry height="30" width="50" x="-310" y="670" as="geometry" />
+         </mxCell>
+         <mxCell id="dsXsR4ag7PACNrRJgRpK-18" parent="1" style="shape=rhombus;perimeter=rhombusPerimeter;whiteSpace=wrap;html=1;align=center;" value="tem" vertex="1">
+           <mxGeometry height="60" width="120" x="1230" y="400" as="geometry" />
+         </mxCell>
+         <mxCell id="dsXsR4ag7PACNrRJgRpK-19" edge="1" parent="1" source="dsXsR4ag7PACNrRJgRpK-18" style="edgeStyle=orthogonalEdgeStyle;rounded=0;orthogonalLoop=1;jettySize=auto;html=1;entryX=0.544;entryY=1.038;entryDx=0;entryDy=0;entryPerimeter=0;" target="KmSjKLGz71K4W9qImJ2B-138">
+           <mxGeometry relative="1" as="geometry" />
+         </mxCell>
+         <mxCell id="dsXsR4ag7PACNrRJgRpK-20" parent="1" style="text;html=1;align=center;verticalAlign=middle;resizable=0;points=[];autosize=1;strokeColor=none;fillColor=none;" value="(1,1)" vertex="1">
+           <mxGeometry height="30" width="50" x="1140" y="218" as="geometry" />
+         </mxCell>
+         <mxCell id="dsXsR4ag7PACNrRJgRpK-21" parent="1" style="text;html=1;align=center;verticalAlign=middle;resizable=0;points=[];autosize=1;strokeColor=none;fillColor=none;" value="(1,N)" vertex="1">
+           <mxGeometry height="30" width="50" x="1090" y="521" as="geometry" />
        </mxCell>
      </root>
    </mxGraphModel>
  </diagram>
</mxfile>
